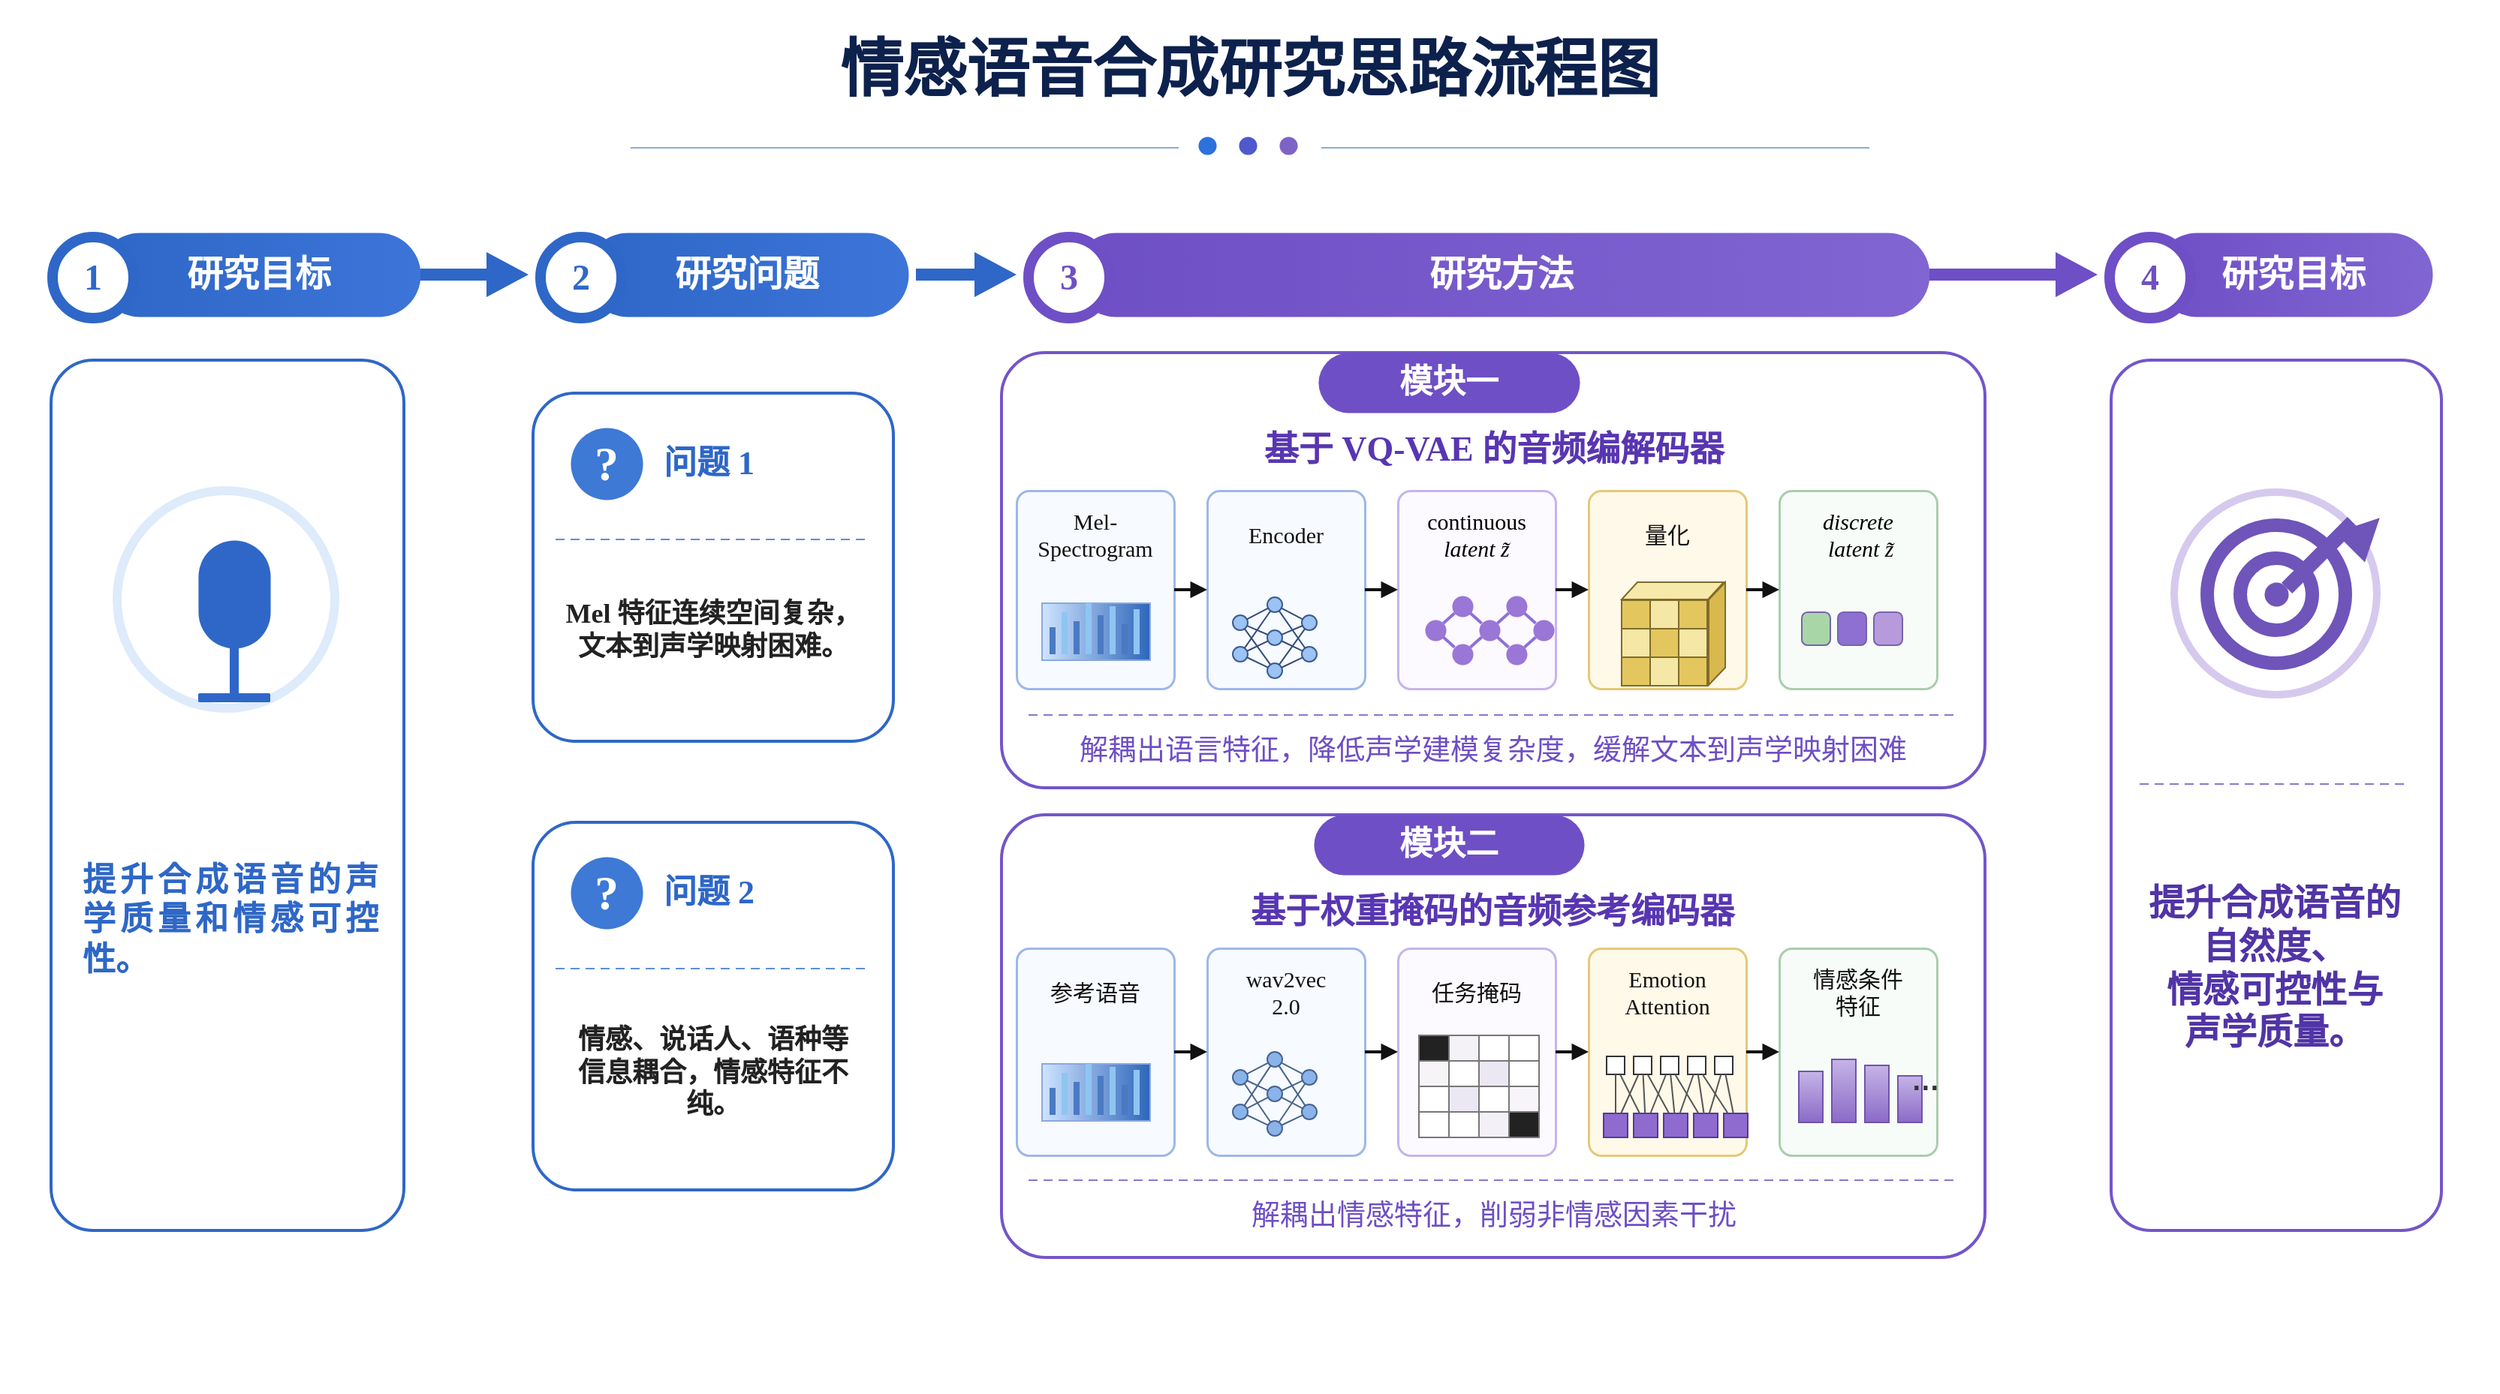
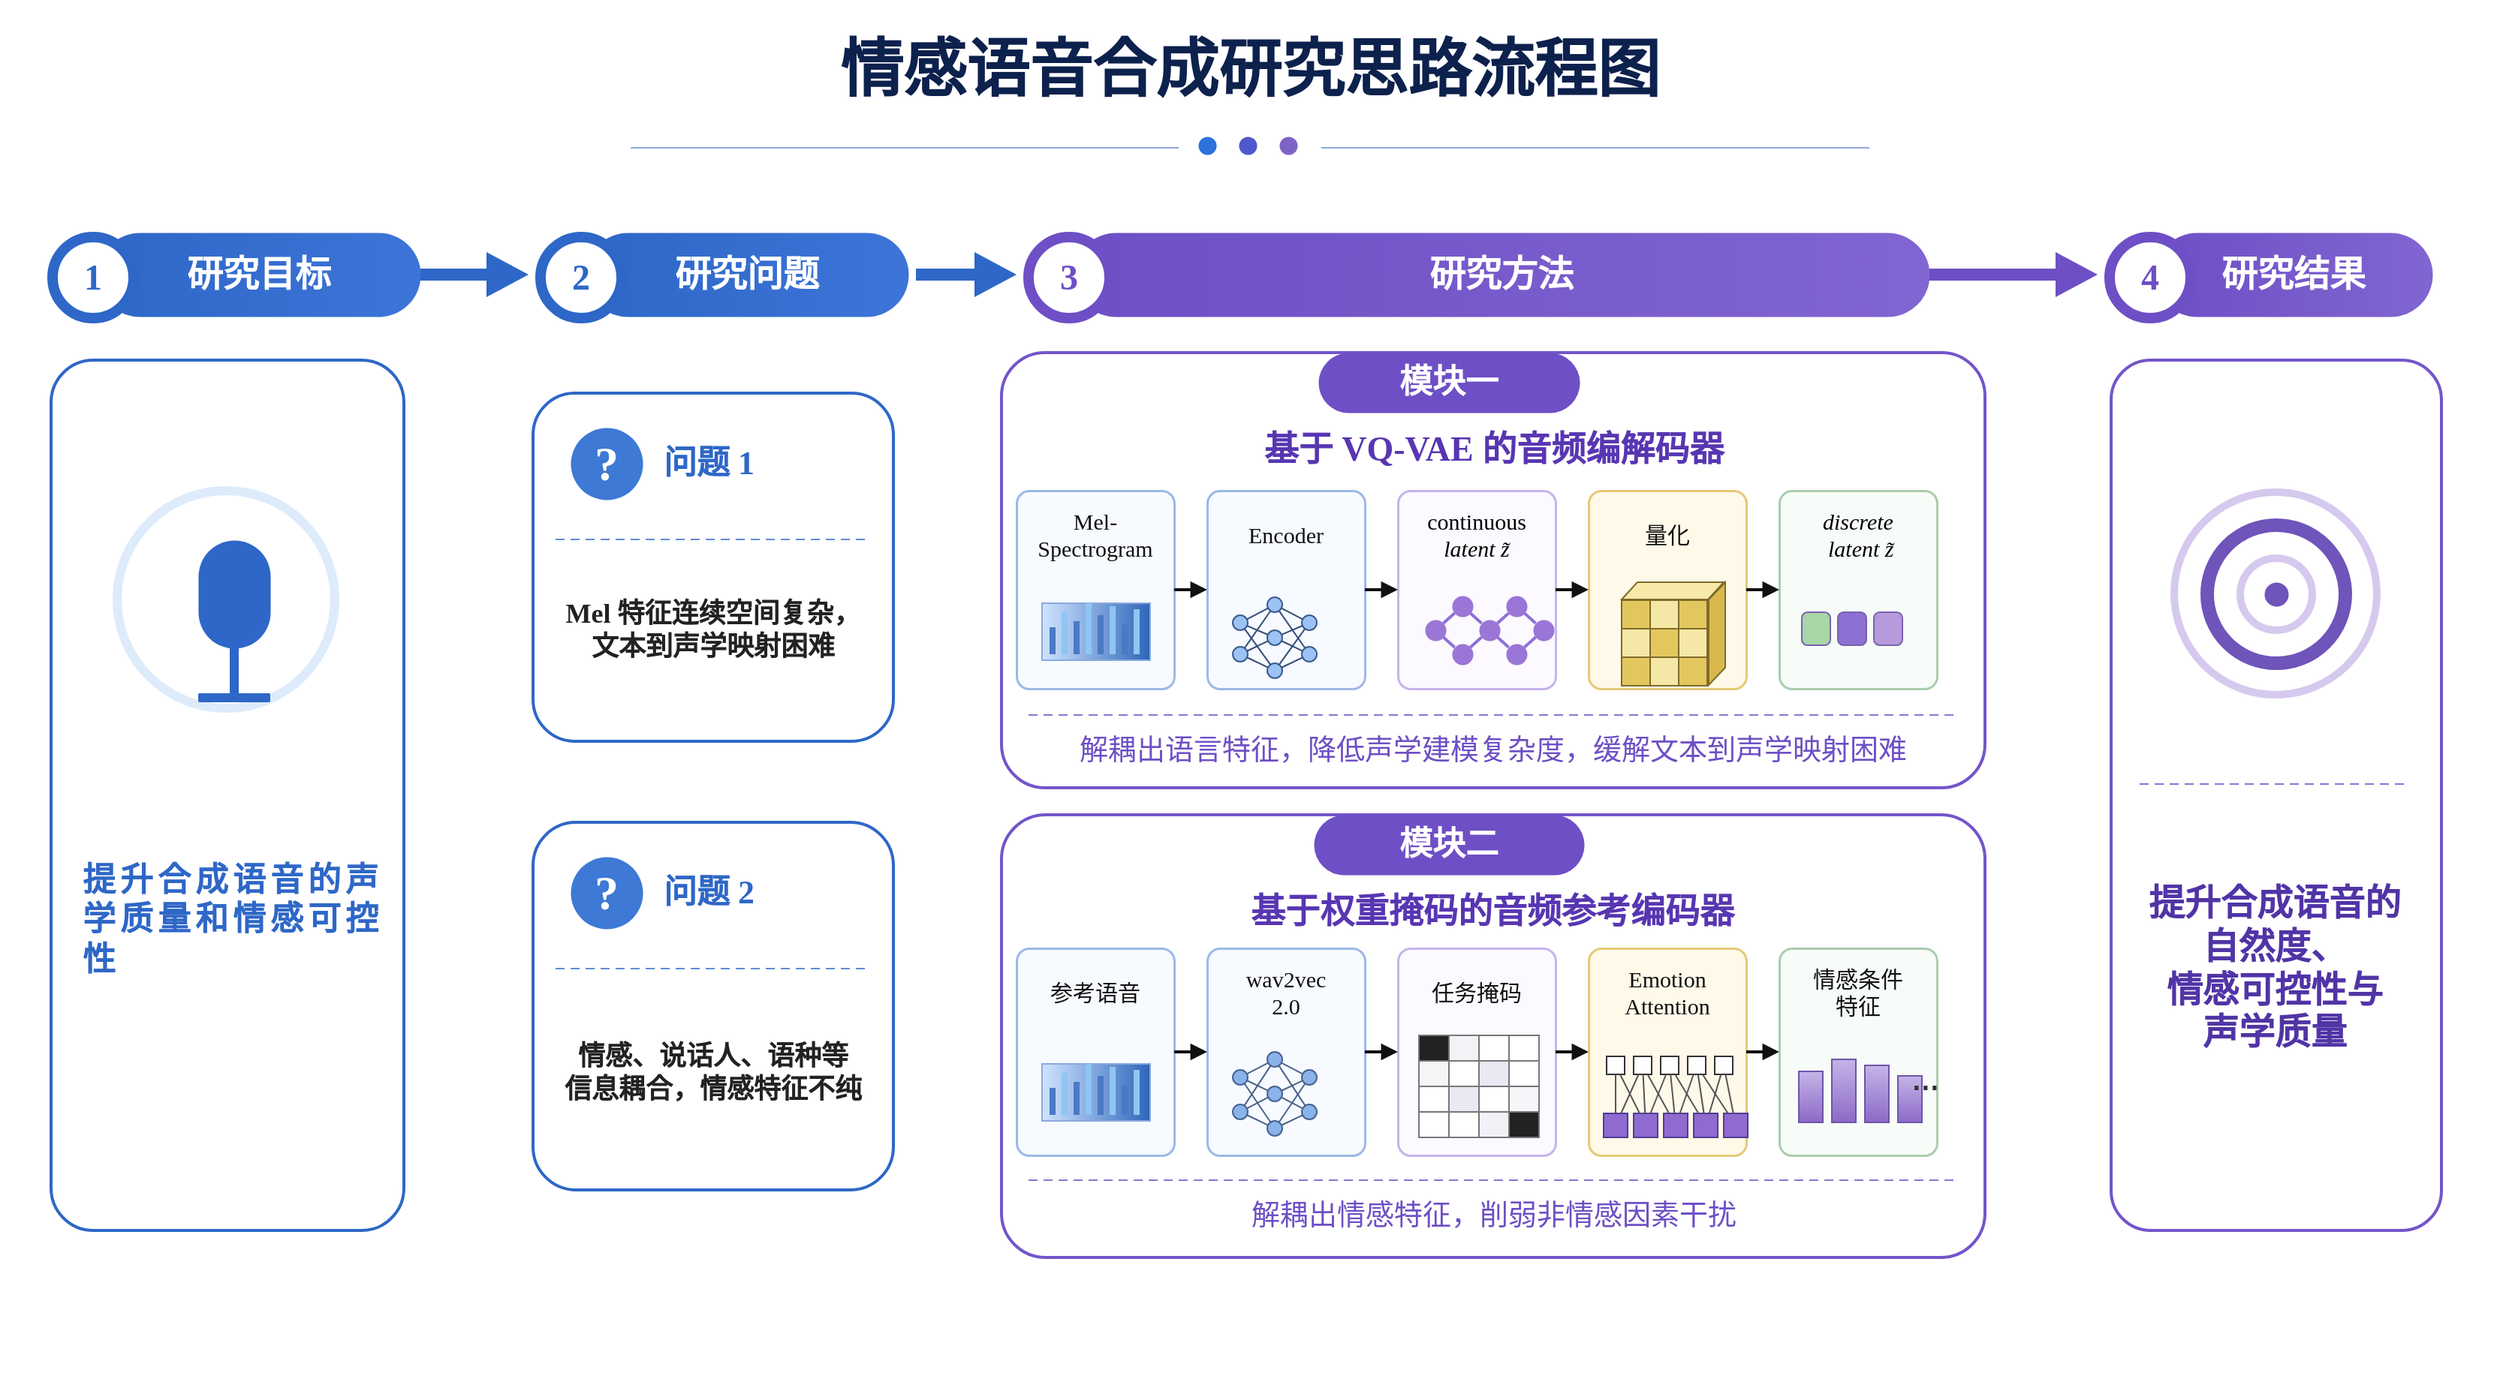
<mxfile host="app.diagrams.net">
  <diagram name="第 1 页" id="fVVEHDjkvuh4-jfM98xs">
    <mxGraphModel dx="1717" dy="1070" grid="1" gridSize="1" guides="1" tooltips="1" connect="1" arrows="1" fold="1" page="1" pageScale="1" pageWidth="1664" pageHeight="928" math="1" shadow="0">
      <root>
        <mxCell id="0" />
        <mxCell id="1" parent="0" />
        <mxCell id="v2" parent="1" style="shape=rect;fillColor=#FFFFFF;strokeColor=none;fontFamily=Comic Sans MS;" value="" vertex="1">
          <mxGeometry height="928" width="1664" as="geometry" />
        </mxCell>
        <mxCell id="v3" parent="1" style="text;html=1;whiteSpace=wrap;align=center;verticalAlign=middle;fontFamily=Comic Sans MS;fontSize=42;fontColor=#0D214D;fontStyle=1;spacing=0;" value="情感语音合成研究思路流程图" vertex="1">
          <mxGeometry height="58" width="885" x="390" y="18" as="geometry" />
        </mxCell>
        <mxCell id="v4" parent="1" style="shape=line;strokeColor=#90A8DA;strokeWidth=1;fontFamily=Comic Sans MS;" value="" vertex="1">
          <mxGeometry height="1" width="365" x="420" y="98" as="geometry" />
        </mxCell>
        <mxCell id="v5" parent="1" style="shape=line;strokeColor=#90A8DA;strokeWidth=1;fontFamily=Comic Sans MS;" value="" vertex="1">
          <mxGeometry height="1" width="365" x="880" y="98" as="geometry" />
        </mxCell>
        <mxCell id="v6" parent="1" style="ellipse;whiteSpace=wrap;html=1;fillColor=#2D71DD;strokeColor=#2D71DD;strokeWidth=0;fontFamily=Comic Sans MS;" value="" vertex="1">
          <mxGeometry height="12" width="12" x="798" y="91" as="geometry" />
        </mxCell>
        <mxCell id="v7" parent="1" style="ellipse;whiteSpace=wrap;html=1;fillColor=#4F58CD;strokeColor=#4F58CD;strokeWidth=0;fontFamily=Comic Sans MS;" value="" vertex="1">
          <mxGeometry height="12" width="12" x="825" y="91" as="geometry" />
        </mxCell>
        <mxCell id="v8" parent="1" style="ellipse;whiteSpace=wrap;html=1;fillColor=#7E63C7;strokeColor=#7E63C7;strokeWidth=0;fontFamily=Comic Sans MS;" value="" vertex="1">
          <mxGeometry height="12" width="12" x="852" y="91" as="geometry" />
        </mxCell>
        <mxCell id="v9" parent="1" style="rounded=1;arcSize=50;whiteSpace=wrap;html=1;fillColor=#2E67C7;strokeColor=none;strokeWidth=0;fontFamily=Comic Sans MS;gradientColor=#3D74D8;gradientDirection=east;fontSize=24;fontColor=#FFFFFF;fontStyle=1;align=center;verticalAlign=middle;" value="研究目标" vertex="1">
          <mxGeometry height="56" width="215" x="65" y="155" as="geometry" />
        </mxCell>
        <mxCell id="v10" parent="1" style="ellipse;whiteSpace=wrap;html=1;fillColor=#FFFFFF;strokeColor=#2E67C7;strokeWidth=7;fontFamily=Comic Sans MS;fontSize=24;fontColor=#2E67C7;fontStyle=1;align=center;verticalAlign=middle;" value="1" vertex="1">
          <mxGeometry height="54" width="54" x="35" y="158" as="geometry" />
        </mxCell>
        <mxCell id="v11" parent="1" style="rounded=1;arcSize=50;whiteSpace=wrap;html=1;fillColor=#2E67C7;strokeColor=none;strokeWidth=0;fontFamily=Comic Sans MS;gradientColor=#3D74D8;gradientDirection=east;fontSize=24;fontColor=#FFFFFF;fontStyle=1;align=center;verticalAlign=middle;" value="研究问题" vertex="1">
          <mxGeometry height="56" width="215" x="390" y="155" as="geometry" />
        </mxCell>
        <mxCell id="v12" parent="1" style="ellipse;whiteSpace=wrap;html=1;fillColor=#FFFFFF;strokeColor=#2E67C7;strokeWidth=7;fontFamily=Comic Sans MS;fontSize=24;fontColor=#2E67C7;fontStyle=1;align=center;verticalAlign=middle;" value="2" vertex="1">
          <mxGeometry height="54" width="54" x="360" y="158" as="geometry" />
        </mxCell>
        <mxCell id="v13" parent="1" style="rounded=1;arcSize=50;whiteSpace=wrap;html=1;fillColor=#6E4FC5;strokeColor=none;strokeWidth=0;fontFamily=Comic Sans MS;gradientColor=#8165D2;gradientDirection=east;fontSize=24;fontColor=#FFFFFF;fontStyle=1;align=center;verticalAlign=middle;" value="研究方法" vertex="1">
          <mxGeometry height="56" width="570" x="715" y="155" as="geometry" />
        </mxCell>
        <mxCell id="v14" parent="1" style="ellipse;whiteSpace=wrap;html=1;fillColor=#FFFFFF;strokeColor=#6E4FC5;strokeWidth=7;fontFamily=Comic Sans MS;fontSize=24;fontColor=#6E4FC5;fontStyle=1;align=center;verticalAlign=middle;" value="3" vertex="1">
          <mxGeometry height="54" width="54" x="685" y="158" as="geometry" />
        </mxCell>
-         <mxCell id="v15" parent="1" style="rounded=1;arcSize=50;whiteSpace=wrap;html=1;fillColor=#6E4FC5;strokeColor=none;strokeWidth=0;fontFamily=Comic Sans MS;gradientColor=#8165D2;gradientDirection=east;fontSize=24;fontColor=#FFFFFF;fontStyle=1;align=center;verticalAlign=middle;" value="研究目标" vertex="1">
+         <mxCell id="v15" parent="1" style="rounded=1;arcSize=50;whiteSpace=wrap;html=1;fillColor=#6E4FC5;strokeColor=none;strokeWidth=0;fontFamily=Comic Sans MS;gradientColor=#8165D2;gradientDirection=east;fontSize=24;fontColor=#FFFFFF;fontStyle=1;align=center;verticalAlign=middle;" value="研究结果" vertex="1">
          <mxGeometry height="56" width="185" x="1435" y="155" as="geometry" />
        </mxCell>
        <mxCell id="v16" parent="1" style="ellipse;whiteSpace=wrap;html=1;fillColor=#FFFFFF;strokeColor=#6E4FC5;strokeWidth=7;fontFamily=Comic Sans MS;fontSize=24;fontColor=#6E4FC5;fontStyle=1;align=center;verticalAlign=middle;" value="4" vertex="1">
          <mxGeometry height="54" width="54" x="1405" y="158" as="geometry" />
        </mxCell>
        <mxCell id="v17" parent="1" style="shape=rect;fillColor=#2E67C7;strokeColor=none;fontFamily=Comic Sans MS;" value="" vertex="1">
          <mxGeometry height="8" width="52" x="280" y="179" as="geometry" />
        </mxCell>
        <mxCell id="v18" parent="1" style="shape=triangle;direction=east;fillColor=#2E67C7;strokeColor=none;fontFamily=Comic Sans MS;" value="" vertex="1">
          <mxGeometry height="30" width="28" x="324" y="168" as="geometry" />
        </mxCell>
        <mxCell id="v19" parent="1" style="shape=rect;fillColor=#2E67C7;strokeColor=none;fontFamily=Comic Sans MS;" value="" vertex="1">
          <mxGeometry height="8" width="47" x="610" y="179" as="geometry" />
        </mxCell>
        <mxCell id="v20" parent="1" style="shape=triangle;direction=east;fillColor=#2E67C7;strokeColor=none;fontFamily=Comic Sans MS;" value="" vertex="1">
          <mxGeometry height="30" width="28" x="649" y="168" as="geometry" />
        </mxCell>
        <mxCell id="v21" parent="1" style="shape=rect;fillColor=#6E4FC5;strokeColor=none;fontFamily=Comic Sans MS;" value="" vertex="1">
          <mxGeometry height="8" width="92" x="1285" y="179" as="geometry" />
        </mxCell>
        <mxCell id="v22" parent="1" style="shape=triangle;direction=east;fillColor=#6E4FC5;strokeColor=none;fontFamily=Comic Sans MS;" value="" vertex="1">
          <mxGeometry height="30" width="28" x="1369" y="168" as="geometry" />
        </mxCell>
        <mxCell id="v23" parent="1" style="rounded=1;arcSize=12;whiteSpace=wrap;html=1;fillColor=#FFFFFF;strokeColor=#2E67C7;strokeWidth=2;fontFamily=Comic Sans MS;" value="" vertex="1">
          <mxGeometry height="580" width="235" x="34" y="240" as="geometry" />
        </mxCell>
        <mxCell id="v24" parent="1" style="rounded=1;arcSize=12;whiteSpace=wrap;html=1;fillColor=#FFFFFF;strokeColor=#2E67C7;strokeWidth=2;fontFamily=Comic Sans MS;" value="" vertex="1">
          <mxGeometry height="232" width="240" x="355" y="262" as="geometry" />
        </mxCell>
        <mxCell id="v25" parent="1" style="rounded=1;arcSize=12;whiteSpace=wrap;html=1;fillColor=#FFFFFF;strokeColor=#2E67C7;strokeWidth=2;fontFamily=Comic Sans MS;" value="" vertex="1">
          <mxGeometry height="245" width="240" x="355" y="548" as="geometry" />
        </mxCell>
        <mxCell id="v26" parent="1" style="rounded=1;arcSize=10;whiteSpace=wrap;html=1;fillColor=#FFFFFF;strokeColor=#7355CA;strokeWidth=2;fontFamily=Comic Sans MS;" value="" vertex="1">
          <mxGeometry height="290" width="655" x="667" y="235" as="geometry" />
        </mxCell>
        <mxCell id="v27" parent="1" style="rounded=1;arcSize=10;whiteSpace=wrap;html=1;fillColor=#FFFFFF;strokeColor=#7355CA;strokeWidth=2;fontFamily=Comic Sans MS;" value="" vertex="1">
          <mxGeometry height="295" width="655" x="667" y="543" as="geometry" />
        </mxCell>
        <mxCell id="v28" parent="1" style="rounded=1;arcSize=12;whiteSpace=wrap;html=1;fillColor=#FFFFFF;strokeColor=#7355CA;strokeWidth=2;fontFamily=Comic Sans MS;" value="" vertex="1">
          <mxGeometry height="580" width="220" x="1406" y="240" as="geometry" />
        </mxCell>
        <mxCell id="v29" parent="1" style="ellipse;whiteSpace=wrap;html=1;fillColor=#FFFFFF;strokeColor=#DDEBFA;strokeWidth=6;fontFamily=Comic Sans MS;" value="" vertex="1">
          <mxGeometry height="145" width="145" x="78" y="327" as="geometry" />
        </mxCell>
        <mxCell id="v30" parent="1" style="rounded=1;arcSize=50;whiteSpace=wrap;html=1;fillColor=#2E67C7;strokeColor=#2E67C7;strokeWidth=0;fontFamily=Comic Sans MS;" value="" vertex="1">
          <mxGeometry height="72" width="48" x="132" y="360" as="geometry" />
        </mxCell>
        <mxCell id="v31" parent="1" style="shape=mxgraph.basic.arc;startAngle=180;endAngle=360;fillColor=none;strokeColor=#2E67C7;strokeWidth=5;fontFamily=Comic Sans MS;" value="" vertex="1">
          <mxGeometry height="58" width="70" x="121" y="388" as="geometry" />
        </mxCell>
        <mxCell id="v32" parent="1" style="shape=rect;fillColor=#2E67C7;strokeColor=none;fontFamily=Comic Sans MS;" value="" vertex="1">
          <mxGeometry height="34" width="6" x="153" y="431" as="geometry" />
        </mxCell>
        <mxCell id="v33" parent="1" style="shape=rect;fillColor=#2E67C7;strokeColor=none;rounded=1;fontFamily=Comic Sans MS;" value="" vertex="1">
          <mxGeometry height="6" width="48" x="132" y="462" as="geometry" />
        </mxCell>
        <mxCell id="v34" parent="1" style="shape=mxgraph.basic.arc;startAngle=90;endAngle=270;direction=west;fillColor=none;strokeColor=#2E67C7;strokeWidth=4;fontFamily=Comic Sans MS;" value="" vertex="1">
          <mxGeometry height="38" width="18" x="90" y="380" as="geometry" />
        </mxCell>
        <mxCell id="v35" parent="1" style="shape=mxgraph.basic.arc;startAngle=90;endAngle=270;direction=west;fillColor=none;strokeColor=#2E67C7;strokeWidth=4;fontFamily=Comic Sans MS;" value="" vertex="1">
          <mxGeometry height="54" width="28" x="82" y="372" as="geometry" />
        </mxCell>
        <mxCell id="v36" parent="1" style="shape=mxgraph.basic.arc;startAngle=90;endAngle=270;direction=east;fillColor=none;strokeColor=#2E67C7;strokeWidth=4;fontFamily=Comic Sans MS;" value="" vertex="1">
          <mxGeometry height="38" width="18" x="193" y="380" as="geometry" />
        </mxCell>
        <mxCell id="v37" parent="1" style="shape=mxgraph.basic.arc;startAngle=90;endAngle=270;direction=east;fillColor=none;strokeColor=#2E67C7;strokeWidth=4;fontFamily=Comic Sans MS;" value="" vertex="1">
          <mxGeometry height="54" width="28" x="192" y="372" as="geometry" />
        </mxCell>
-         <mxCell id="v38" parent="1" style="text;html=1;whiteSpace=wrap;align=left;verticalAlign=middle;fontFamily=Comic Sans MS;fontSize=22;fontColor=#111111;fontStyle=0;spacing=0;" value="&lt;div style=&quot;text-align: justify;&quot;&gt;&lt;b style=&quot;background-color: transparent; color: light-dark(rgb(46, 103, 199), rgb(237, 237, 237));&quot;&gt;提升合成语音的声学质量和情感可控性。&lt;/b&gt;&lt;/div&gt;" vertex="1">
+         <mxCell id="v38" parent="1" style="text;html=1;whiteSpace=wrap;align=left;verticalAlign=middle;fontFamily=Comic Sans MS;fontSize=22;fontColor=#111111;fontStyle=0;spacing=0;" value="&lt;div style=&quot;text-align: justify;&quot;&gt;&lt;b style=&quot;background-color: transparent; color: light-dark(rgb(46, 103, 199), rgb(237, 237, 237));&quot;&gt;提升合成语音的声学质量和情感可控性&lt;/b&gt;&lt;/div&gt;" vertex="1">
          <mxGeometry height="225" width="195" x="55" y="500" as="geometry" />
        </mxCell>
        <mxCell id="v39" parent="1" style="ellipse;whiteSpace=wrap;html=1;fillColor=#3D79D5;strokeColor=#3D79D5;strokeWidth=0;fontFamily=Comic Sans MS;fontSize=32;fontColor=#FFFFFF;fontStyle=1;align=center;verticalAlign=middle;" value="?" vertex="1">
          <mxGeometry height="48" width="48" x="380" y="285" as="geometry" />
        </mxCell>
        <mxCell id="v40" parent="1" style="text;html=1;whiteSpace=wrap;align=left;verticalAlign=middle;fontFamily=Comic Sans MS;fontSize=22;fontColor=#2E67C7;fontStyle=1;spacing=0;" value="问题 1" vertex="1">
          <mxGeometry height="44" width="120" x="442" y="287" as="geometry" />
        </mxCell>
        <mxCell id="v41" parent="1" style="shape=line;strokeColor=#5F8DD6;strokeWidth=1;dashed=1;dashPattern=6 4;fontFamily=Comic Sans MS;" value="" vertex="1">
          <mxGeometry height="1" width="210" x="370" y="359" as="geometry" />
        </mxCell>
        <mxCell id="v42" parent="1" style="ellipse;whiteSpace=wrap;html=1;fillColor=#3D79D5;strokeColor=#3D79D5;strokeWidth=0;fontFamily=Comic Sans MS;fontSize=32;fontColor=#FFFFFF;fontStyle=1;align=center;verticalAlign=middle;" value="?" vertex="1">
          <mxGeometry height="48" width="48" x="380" y="571" as="geometry" />
        </mxCell>
        <mxCell id="v43" parent="1" style="text;html=1;whiteSpace=wrap;align=left;verticalAlign=middle;fontFamily=Comic Sans MS;fontSize=22;fontColor=#2E67C7;fontStyle=1;spacing=0;" value="问题 2" vertex="1">
          <mxGeometry height="44" width="120" x="442" y="573" as="geometry" />
        </mxCell>
        <mxCell id="v44" parent="1" style="shape=line;strokeColor=#5F8DD6;strokeWidth=1;dashed=1;dashPattern=6 4;fontFamily=Comic Sans MS;" value="" vertex="1">
          <mxGeometry height="1" width="210" x="370" y="645" as="geometry" />
        </mxCell>
-         <mxCell id="v45" parent="1" style="text;html=1;whiteSpace=wrap;align=center;verticalAlign=middle;fontFamily=Comic Sans MS;fontSize=18;fontColor=#222222;fontStyle=0;spacing=0;" value="&lt;b&gt;Mel 特征连续空间复杂，&lt;br&gt;文本到声学映射困难。&lt;/b&gt;" vertex="1">
+         <mxCell id="v45" parent="1" style="text;html=1;whiteSpace=wrap;align=center;verticalAlign=middle;fontFamily=Comic Sans MS;fontSize=18;fontColor=#222222;fontStyle=0;spacing=0;" value="&lt;b&gt;Mel 特征连续空间复杂，&lt;br&gt;文本到声学映射困难&lt;/b&gt;" vertex="1">
          <mxGeometry height="110" width="210" x="370" y="365" as="geometry" />
        </mxCell>
-         <mxCell id="v46" parent="1" style="text;html=1;whiteSpace=wrap;align=center;verticalAlign=middle;fontFamily=Comic Sans MS;fontSize=18;fontColor=#222222;fontStyle=0;spacing=0;" value="&lt;b&gt;情感、说话人、语种等&lt;br&gt;信息耦合，情感特征不纯。&lt;/b&gt;" vertex="1">
+         <mxCell id="v46" parent="1" style="text;html=1;whiteSpace=wrap;align=center;verticalAlign=middle;fontFamily=Comic Sans MS;fontSize=18;fontColor=#222222;fontStyle=0;spacing=0;" value="&lt;b&gt;情感、说话人、语种等&lt;br&gt;信息耦合，情感特征不纯&lt;/b&gt;" vertex="1">
          <mxGeometry height="115" width="210" x="370" y="657" as="geometry" />
        </mxCell>
        <mxCell id="e47" edge="1" parent="1" style="edgeStyle=orthogonalEdgeStyle;rounded=0;html=1;strokeColor=#3B72CA;strokeWidth=3;dashed=1;dashPattern=6 4;endArrow=block;endFill=1;" value="">
          <mxGeometry relative="1" as="geometry">
            <Array as="points">
              <mxPoint x="278" y="510" />
              <mxPoint x="310" y="510" />
              <mxPoint x="310" y="378" />
              <mxPoint x="350" y="378" />
            </Array>
          </mxGeometry>
        </mxCell>
        <mxCell id="e48" edge="1" parent="1" style="edgeStyle=orthogonalEdgeStyle;rounded=0;html=1;strokeColor=#3B72CA;strokeWidth=3;dashed=1;dashPattern=6 4;endArrow=block;endFill=1;" value="">
          <mxGeometry relative="1" as="geometry">
            <Array as="points">
              <mxPoint x="278" y="510" />
              <mxPoint x="310" y="510" />
              <mxPoint x="310" y="670" />
              <mxPoint x="350" y="670" />
            </Array>
          </mxGeometry>
        </mxCell>
        <mxCell id="e49" edge="1" parent="1" style="edgeStyle=orthogonalEdgeStyle;rounded=0;html=1;strokeColor=#6E4FC5;strokeWidth=3;dashed=1;dashPattern=6 4;endArrow=block;endFill=1;" value="">
          <mxGeometry relative="1" as="geometry">
            <Array as="points">
              <mxPoint x="595" y="378" />
              <mxPoint x="625" y="378" />
              <mxPoint x="625" y="356" />
              <mxPoint x="665" y="356" />
            </Array>
          </mxGeometry>
        </mxCell>
        <mxCell id="e50" edge="1" parent="1" style="edgeStyle=orthogonalEdgeStyle;rounded=0;html=1;strokeColor=#6E4FC5;strokeWidth=3;dashed=1;dashPattern=6 4;endArrow=block;endFill=1;" value="">
          <mxGeometry relative="1" as="geometry">
            <Array as="points">
              <mxPoint x="595" y="670" />
              <mxPoint x="625" y="670" />
              <mxPoint x="625" y="695" />
              <mxPoint x="665" y="695" />
            </Array>
          </mxGeometry>
        </mxCell>
        <mxCell id="v51" parent="1" style="rounded=1;arcSize=50;whiteSpace=wrap;html=1;fillColor=#6E4FC5;strokeColor=#6E4FC5;strokeWidth=0;fontFamily=Comic Sans MS;fontSize=22;fontColor=#FFFFFF;fontStyle=1;align=center;verticalAlign=middle;" value="模块一" vertex="1">
          <mxGeometry height="40" width="174" x="878" y="235" as="geometry" />
        </mxCell>
        <mxCell id="v52" parent="1" style="rounded=1;arcSize=50;whiteSpace=wrap;html=1;fillColor=#6E4FC5;strokeColor=#6E4FC5;strokeWidth=0;fontFamily=Comic Sans MS;fontSize=22;fontColor=#FFFFFF;fontStyle=1;align=center;verticalAlign=middle;" value="模块二" vertex="1">
          <mxGeometry height="40" width="180" x="875" y="543" as="geometry" />
        </mxCell>
        <mxCell id="v53" parent="1" style="text;html=1;whiteSpace=wrap;align=center;verticalAlign=middle;fontFamily=Comic Sans MS;fontSize=23;fontColor=#5836B2;fontStyle=1;spacing=0;" value="基于 VQ-VAE 的音频编解码器" vertex="1">
          <mxGeometry height="38" width="520" x="735" y="280" as="geometry" />
        </mxCell>
        <mxCell id="v54" parent="1" style="text;html=1;whiteSpace=wrap;align=center;verticalAlign=middle;fontFamily=Comic Sans MS;fontSize=23;fontColor=#5836B2;fontStyle=1;spacing=0;" value="基于权重掩码的音频参考编码器" vertex="1">
          <mxGeometry height="38" width="580" x="704" y="588" as="geometry" />
        </mxCell>
        <mxCell id="v55" parent="1" style="rounded=1;arcSize=8;whiteSpace=wrap;html=1;fillColor=#F7FAFF;strokeColor=#9DB8E7;strokeWidth=1.5;fontFamily=Comic Sans MS;" value="" vertex="1">
          <mxGeometry height="132" width="105" x="677" y="327" as="geometry" />
        </mxCell>
        <mxCell id="v56" parent="1" style="text;html=1;whiteSpace=wrap;align=center;verticalAlign=middle;fontFamily=Comic Sans MS;fontSize=15;fontColor=#111111;fontStyle=0;spacing=0;" value="Mel-&lt;br&gt;Spectrogram" vertex="1">
          <mxGeometry height="42" width="95" x="682" y="335" as="geometry" />
        </mxCell>
        <mxCell id="v57" parent="1" style="rounded=1;arcSize=8;whiteSpace=wrap;html=1;fillColor=#F7FAFF;strokeColor=#9DB8E7;strokeWidth=1.5;fontFamily=Comic Sans MS;" value="" vertex="1">
          <mxGeometry height="132" width="105" x="804" y="327" as="geometry" />
        </mxCell>
        <mxCell id="v58" parent="1" style="text;html=1;whiteSpace=wrap;align=center;verticalAlign=middle;fontFamily=Comic Sans MS;fontSize=15;fontColor=#111111;fontStyle=0;spacing=0;" value="Encoder" vertex="1">
          <mxGeometry height="42" width="95" x="809" y="335" as="geometry" />
        </mxCell>
        <mxCell id="v59" parent="1" style="rounded=1;arcSize=8;whiteSpace=wrap;html=1;fillColor=#FCF9FF;strokeColor=#C5B4EC;strokeWidth=1.5;fontFamily=Comic Sans MS;" value="" vertex="1">
          <mxGeometry height="132" width="105" x="931" y="327" as="geometry" />
        </mxCell>
        <mxCell id="v60" parent="1" style="text;html=1;whiteSpace=wrap;align=center;verticalAlign=middle;fontFamily=Comic Sans MS;fontSize=15;fontColor=#111111;fontStyle=0;spacing=0;" value="&lt;font&gt;&lt;span style=&quot;text-align: left; white-space: nowrap; color: rgb(0, 0, 0);&quot;&gt;continuous&lt;/span&gt;&lt;/font&gt;&lt;div&gt;&lt;font&gt;&lt;i style=&quot;text-align: left; white-space: nowrap; color: rgb(0, 0, 0);&quot;&gt; latent &lt;span&gt;z̃&lt;/span&gt;&lt;/i&gt;&lt;/font&gt;&lt;/div&gt;" vertex="1">
          <mxGeometry height="42" width="95" x="936" y="335" as="geometry" />
        </mxCell>
        <mxCell id="v61" parent="1" style="rounded=1;arcSize=8;whiteSpace=wrap;html=1;fillColor=#FFF9E9;strokeColor=#E5C976;strokeWidth=1.5;fontFamily=Comic Sans MS;" value="" vertex="1">
          <mxGeometry height="132" width="105" x="1058" y="327" as="geometry" />
        </mxCell>
        <mxCell id="v62" parent="1" style="text;html=1;whiteSpace=wrap;align=center;verticalAlign=middle;fontFamily=Comic Sans MS;fontSize=15;fontColor=#111111;fontStyle=0;spacing=0;" value="量化" vertex="1">
          <mxGeometry height="42" width="95" x="1063" y="335" as="geometry" />
        </mxCell>
        <mxCell id="v63" parent="1" style="rounded=1;arcSize=8;whiteSpace=wrap;html=1;fillColor=#F7FCF8;strokeColor=#AACDAE;strokeWidth=1.5;fontFamily=Comic Sans MS;" value="" vertex="1">
          <mxGeometry height="132" width="105" x="1185" y="327" as="geometry" />
        </mxCell>
        <mxCell id="v64" parent="1" style="text;html=1;whiteSpace=wrap;align=center;verticalAlign=middle;fontFamily=Comic Sans MS;fontSize=15;fontColor=#111111;fontStyle=0;spacing=0;" value="&lt;i style=&quot;text-align: left; white-space: nowrap;&quot;&gt;&lt;font style=&quot;color: rgb(0, 0, 0);&quot;&gt;discrete&lt;/font&gt;&lt;/i&gt;&lt;div&gt;&lt;i style=&quot;text-align: left; white-space: nowrap;&quot;&gt;&lt;font style=&quot;color: rgb(0, 0, 0);&quot;&gt;&amp;nbsp;latent &lt;span&gt;z̃&lt;/span&gt;&lt;/font&gt;&lt;/i&gt;&lt;/div&gt;" vertex="1">
          <mxGeometry height="42" width="95" x="1190" y="335" as="geometry" />
        </mxCell>
        <mxCell id="e65" edge="1" parent="1" source="v55" style="edgeStyle=orthogonalEdgeStyle;rounded=0;html=1;strokeColor=#111111;strokeWidth=2;endArrow=block;endFill=1;fontFamily=Comic Sans MS;" target="v57" value="">
          <mxGeometry relative="1" as="geometry" />
        </mxCell>
        <mxCell id="e66" edge="1" parent="1" source="v57" style="edgeStyle=orthogonalEdgeStyle;rounded=0;html=1;strokeColor=#111111;strokeWidth=2;endArrow=block;endFill=1;fontFamily=Comic Sans MS;" target="v59" value="">
          <mxGeometry relative="1" as="geometry" />
        </mxCell>
        <mxCell id="e67" edge="1" parent="1" source="v59" style="edgeStyle=orthogonalEdgeStyle;rounded=0;html=1;strokeColor=#111111;strokeWidth=2;endArrow=block;endFill=1;fontFamily=Comic Sans MS;" target="v61" value="">
          <mxGeometry relative="1" as="geometry" />
        </mxCell>
        <mxCell id="e68" edge="1" parent="1" source="v61" style="edgeStyle=orthogonalEdgeStyle;rounded=0;html=1;strokeColor=#111111;strokeWidth=2;endArrow=block;endFill=1;fontFamily=Comic Sans MS;" target="v63" value="">
          <mxGeometry relative="1" as="geometry" />
        </mxCell>
        <mxCell id="v78" parent="1" style="ellipse;whiteSpace=wrap;html=1;fillColor=#9DC3F4;strokeColor=#3B5C91;strokeWidth=1;fontFamily=Comic Sans MS;" value="" vertex="1">
          <mxGeometry height="10" width="10" x="821" y="410" as="geometry" />
        </mxCell>
        <mxCell id="v79" parent="1" style="ellipse;whiteSpace=wrap;html=1;fillColor=#9DC3F4;strokeColor=#3B5C91;strokeWidth=1;fontFamily=Comic Sans MS;" value="" vertex="1">
          <mxGeometry height="10" width="10" x="821" y="431" as="geometry" />
        </mxCell>
        <mxCell id="v80" parent="1" style="ellipse;whiteSpace=wrap;html=1;fillColor=#9DC3F4;strokeColor=#3B5C91;strokeWidth=1;fontFamily=Comic Sans MS;" value="" vertex="1">
          <mxGeometry height="10" width="10" x="844" y="398" as="geometry" />
        </mxCell>
        <mxCell id="v81" parent="1" style="ellipse;whiteSpace=wrap;html=1;fillColor=#9DC3F4;strokeColor=#3B5C91;strokeWidth=1;fontFamily=Comic Sans MS;" value="" vertex="1">
          <mxGeometry height="10" width="10" x="844" y="420" as="geometry" />
        </mxCell>
        <mxCell id="v82" parent="1" style="ellipse;whiteSpace=wrap;html=1;fillColor=#9DC3F4;strokeColor=#3B5C91;strokeWidth=1;fontFamily=Comic Sans MS;" value="" vertex="1">
          <mxGeometry height="10" width="10" x="844" y="442" as="geometry" />
        </mxCell>
        <mxCell id="v83" parent="1" style="ellipse;whiteSpace=wrap;html=1;fillColor=#9DC3F4;strokeColor=#3B5C91;strokeWidth=1;fontFamily=Comic Sans MS;" value="" vertex="1">
          <mxGeometry height="10" width="10" x="867" y="410" as="geometry" />
        </mxCell>
        <mxCell id="v84" parent="1" style="ellipse;whiteSpace=wrap;html=1;fillColor=#9DC3F4;strokeColor=#3B5C91;strokeWidth=1;fontFamily=Comic Sans MS;" value="" vertex="1">
          <mxGeometry height="10" width="10" x="867" y="431" as="geometry" />
        </mxCell>
        <mxCell id="e85" edge="1" parent="1" source="v78" style="edgeStyle=none;html=1;strokeColor=#344D78;strokeWidth=1;endArrow=none;fontFamily=Comic Sans MS;" target="v80" value="">
          <mxGeometry relative="1" as="geometry" />
        </mxCell>
        <mxCell id="e86" edge="1" parent="1" source="v78" style="edgeStyle=none;html=1;strokeColor=#344D78;strokeWidth=1;endArrow=none;fontFamily=Comic Sans MS;" target="v81" value="">
          <mxGeometry relative="1" as="geometry" />
        </mxCell>
        <mxCell id="e87" edge="1" parent="1" source="v78" style="edgeStyle=none;html=1;strokeColor=#344D78;strokeWidth=1;endArrow=none;fontFamily=Comic Sans MS;" target="v82" value="">
          <mxGeometry relative="1" as="geometry" />
        </mxCell>
        <mxCell id="e88" edge="1" parent="1" source="v79" style="edgeStyle=none;html=1;strokeColor=#344D78;strokeWidth=1;endArrow=none;fontFamily=Comic Sans MS;" target="v80" value="">
          <mxGeometry relative="1" as="geometry" />
        </mxCell>
        <mxCell id="e89" edge="1" parent="1" source="v79" style="edgeStyle=none;html=1;strokeColor=#344D78;strokeWidth=1;endArrow=none;fontFamily=Comic Sans MS;" target="v81" value="">
          <mxGeometry relative="1" as="geometry" />
        </mxCell>
        <mxCell id="e90" edge="1" parent="1" source="v79" style="edgeStyle=none;html=1;strokeColor=#344D78;strokeWidth=1;endArrow=none;fontFamily=Comic Sans MS;" target="v82" value="">
          <mxGeometry relative="1" as="geometry" />
        </mxCell>
        <mxCell id="e91" edge="1" parent="1" source="v80" style="edgeStyle=none;html=1;strokeColor=#344D78;strokeWidth=1;endArrow=none;fontFamily=Comic Sans MS;" target="v83" value="">
          <mxGeometry relative="1" as="geometry" />
        </mxCell>
        <mxCell id="e92" edge="1" parent="1" source="v80" style="edgeStyle=none;html=1;strokeColor=#344D78;strokeWidth=1;endArrow=none;fontFamily=Comic Sans MS;" target="v84" value="">
          <mxGeometry relative="1" as="geometry" />
        </mxCell>
        <mxCell id="e93" edge="1" parent="1" source="v81" style="edgeStyle=none;html=1;strokeColor=#344D78;strokeWidth=1;endArrow=none;fontFamily=Comic Sans MS;" target="v83" value="">
          <mxGeometry relative="1" as="geometry" />
        </mxCell>
        <mxCell id="e94" edge="1" parent="1" source="v81" style="edgeStyle=none;html=1;strokeColor=#344D78;strokeWidth=1;endArrow=none;fontFamily=Comic Sans MS;" target="v84" value="">
          <mxGeometry relative="1" as="geometry" />
        </mxCell>
        <mxCell id="e95" edge="1" parent="1" source="v82" style="edgeStyle=none;html=1;strokeColor=#344D78;strokeWidth=1;endArrow=none;fontFamily=Comic Sans MS;" target="v83" value="">
          <mxGeometry relative="1" as="geometry" />
        </mxCell>
        <mxCell id="e96" edge="1" parent="1" source="v82" style="edgeStyle=none;html=1;strokeColor=#344D78;strokeWidth=1;endArrow=none;fontFamily=Comic Sans MS;" target="v84" value="">
          <mxGeometry relative="1" as="geometry" />
        </mxCell>
        <mxCell id="v97" parent="1" style="ellipse;whiteSpace=wrap;html=1;fillColor=#9A76D6;strokeColor=#9A76D6;strokeWidth=0;fontFamily=Comic Sans MS;" value="" vertex="1">
          <mxGeometry height="14" width="14" x="949" y="413" as="geometry" />
        </mxCell>
        <mxCell id="v98" parent="1" style="ellipse;whiteSpace=wrap;html=1;fillColor=#9A76D6;strokeColor=#9A76D6;strokeWidth=0;fontFamily=Comic Sans MS;" value="" vertex="1">
          <mxGeometry height="14" width="14" x="967" y="397" as="geometry" />
        </mxCell>
        <mxCell id="v99" parent="1" style="ellipse;whiteSpace=wrap;html=1;fillColor=#9A76D6;strokeColor=#9A76D6;strokeWidth=0;fontFamily=Comic Sans MS;" value="" vertex="1">
          <mxGeometry height="14" width="14" x="967" y="429" as="geometry" />
        </mxCell>
        <mxCell id="v100" parent="1" style="ellipse;whiteSpace=wrap;html=1;fillColor=#9A76D6;strokeColor=#9A76D6;strokeWidth=0;fontFamily=Comic Sans MS;" value="" vertex="1">
          <mxGeometry height="14" width="14" x="985" y="413" as="geometry" />
        </mxCell>
        <mxCell id="v101" parent="1" style="ellipse;whiteSpace=wrap;html=1;fillColor=#9A76D6;strokeColor=#9A76D6;strokeWidth=0;fontFamily=Comic Sans MS;" value="" vertex="1">
          <mxGeometry height="14" width="14" x="1003" y="397" as="geometry" />
        </mxCell>
        <mxCell id="v102" parent="1" style="ellipse;whiteSpace=wrap;html=1;fillColor=#9A76D6;strokeColor=#9A76D6;strokeWidth=0;fontFamily=Comic Sans MS;" value="" vertex="1">
          <mxGeometry height="14" width="14" x="1003" y="429" as="geometry" />
        </mxCell>
        <mxCell id="v103" parent="1" style="ellipse;whiteSpace=wrap;html=1;fillColor=#9A76D6;strokeColor=#9A76D6;strokeWidth=0;fontFamily=Comic Sans MS;" value="" vertex="1">
          <mxGeometry height="14" width="14" x="1021" y="413" as="geometry" />
        </mxCell>
        <mxCell id="e104" edge="1" parent="1" source="v97" style="edgeStyle=none;html=1;strokeColor=#8C71D7;strokeWidth=2;endArrow=none;fontFamily=Comic Sans MS;" target="v98" value="">
          <mxGeometry relative="1" as="geometry" />
        </mxCell>
        <mxCell id="e105" edge="1" parent="1" source="v97" style="edgeStyle=none;html=1;strokeColor=#8C71D7;strokeWidth=2;endArrow=none;fontFamily=Comic Sans MS;" target="v99" value="">
          <mxGeometry relative="1" as="geometry" />
        </mxCell>
        <mxCell id="e106" edge="1" parent="1" source="v98" style="edgeStyle=none;html=1;strokeColor=#8C71D7;strokeWidth=2;endArrow=none;fontFamily=Comic Sans MS;" target="v100" value="">
          <mxGeometry relative="1" as="geometry" />
        </mxCell>
        <mxCell id="e107" edge="1" parent="1" source="v99" style="edgeStyle=none;html=1;strokeColor=#8C71D7;strokeWidth=2;endArrow=none;fontFamily=Comic Sans MS;" target="v100" value="">
          <mxGeometry relative="1" as="geometry" />
        </mxCell>
        <mxCell id="e108" edge="1" parent="1" source="v100" style="edgeStyle=none;html=1;strokeColor=#8C71D7;strokeWidth=2;endArrow=none;fontFamily=Comic Sans MS;" target="v101" value="">
          <mxGeometry relative="1" as="geometry" />
        </mxCell>
        <mxCell id="e109" edge="1" parent="1" source="v100" style="edgeStyle=none;html=1;strokeColor=#8C71D7;strokeWidth=2;endArrow=none;fontFamily=Comic Sans MS;" target="v102" value="">
          <mxGeometry relative="1" as="geometry" />
        </mxCell>
        <mxCell id="e110" edge="1" parent="1" source="v101" style="edgeStyle=none;html=1;strokeColor=#8C71D7;strokeWidth=2;endArrow=none;fontFamily=Comic Sans MS;" target="v103" value="">
          <mxGeometry relative="1" as="geometry" />
        </mxCell>
        <mxCell id="e111" edge="1" parent="1" source="v102" style="edgeStyle=none;html=1;strokeColor=#8C71D7;strokeWidth=2;endArrow=none;fontFamily=Comic Sans MS;" target="v103" value="">
          <mxGeometry relative="1" as="geometry" />
        </mxCell>
        <mxCell id="v112" parent="1" style="shape=rect;fillColor=#E3C75E;strokeColor=#806B2A;strokeWidth=1;fontFamily=Comic Sans MS;" value="" vertex="1">
          <mxGeometry height="19" width="19" x="1080" y="400" as="geometry" />
        </mxCell>
        <mxCell id="v113" parent="1" style="shape=rect;fillColor=#F5E8A6;strokeColor=#806B2A;strokeWidth=1;fontFamily=Comic Sans MS;" value="" vertex="1">
          <mxGeometry height="19" width="19" x="1099" y="400" as="geometry" />
        </mxCell>
        <mxCell id="v114" parent="1" style="shape=rect;fillColor=#E3C75E;strokeColor=#806B2A;strokeWidth=1;fontFamily=Comic Sans MS;" value="" vertex="1">
          <mxGeometry height="19" width="19" x="1118" y="400" as="geometry" />
        </mxCell>
        <mxCell id="v115" parent="1" style="shape=rect;fillColor=#F5E8A6;strokeColor=#806B2A;strokeWidth=1;fontFamily=Comic Sans MS;" value="" vertex="1">
          <mxGeometry height="19" width="19" x="1080" y="419" as="geometry" />
        </mxCell>
        <mxCell id="v116" parent="1" style="shape=rect;fillColor=#E3C75E;strokeColor=#806B2A;strokeWidth=1;fontFamily=Comic Sans MS;" value="" vertex="1">
          <mxGeometry height="19" width="19" x="1099" y="419" as="geometry" />
        </mxCell>
        <mxCell id="v117" parent="1" style="shape=rect;fillColor=#F5E8A6;strokeColor=#806B2A;strokeWidth=1;fontFamily=Comic Sans MS;" value="" vertex="1">
          <mxGeometry height="19" width="19" x="1118" y="419" as="geometry" />
        </mxCell>
        <mxCell id="v118" parent="1" style="shape=rect;fillColor=#E3C75E;strokeColor=#806B2A;strokeWidth=1;fontFamily=Comic Sans MS;" value="" vertex="1">
          <mxGeometry height="19" width="19" x="1080" y="438" as="geometry" />
        </mxCell>
        <mxCell id="v119" parent="1" style="shape=rect;fillColor=#F5E8A6;strokeColor=#806B2A;strokeWidth=1;fontFamily=Comic Sans MS;" value="" vertex="1">
          <mxGeometry height="19" width="19" x="1099" y="438" as="geometry" />
        </mxCell>
        <mxCell id="v120" parent="1" style="shape=rect;fillColor=#E3C75E;strokeColor=#806B2A;strokeWidth=1;fontFamily=Comic Sans MS;" value="" vertex="1">
          <mxGeometry height="19" width="19" x="1118" y="438" as="geometry" />
        </mxCell>
        <mxCell id="v121" parent="1" style="shape=parallelogram;fillColor=#F6E9A9;strokeColor=#806B2A;strokeWidth=1;fontFamily=Comic Sans MS;size=0.15441176470588236;" value="" vertex="1">
          <mxGeometry height="11.5" width="68" x="1080" y="388" as="geometry" />
        </mxCell>
        <mxCell id="v122" parent="1" style="shape=parallelogram;direction=south;fillColor=#D9B94D;strokeColor=#806B2A;strokeWidth=1;fontFamily=Comic Sans MS;flipV=1;legacyAnchorPoints=0;size=0.16970802919708028;" value="" vertex="1">
          <mxGeometry height="68.5" width="11" x="1138" y="388" as="geometry" />
        </mxCell>
        <mxCell id="v123" parent="1" style="rounded=1;arcSize=20;whiteSpace=wrap;html=1;fillColor=#A9D6A6;strokeColor=#7762B0;strokeWidth=1;fontFamily=Comic Sans MS;" value="" vertex="1">
          <mxGeometry height="22" width="19" x="1200" y="408" as="geometry" />
        </mxCell>
        <mxCell id="v124" parent="1" style="rounded=1;arcSize=20;whiteSpace=wrap;html=1;fillColor=#8D70D2;strokeColor=#7762B0;strokeWidth=1;fontFamily=Comic Sans MS;" value="" vertex="1">
          <mxGeometry height="22" width="19" x="1224" y="408" as="geometry" />
        </mxCell>
        <mxCell id="v125" parent="1" style="rounded=1;arcSize=20;whiteSpace=wrap;html=1;fillColor=#B79ADB;strokeColor=#7762B0;strokeWidth=1;fontFamily=Comic Sans MS;" value="" vertex="1">
          <mxGeometry height="22" width="19" x="1248" y="408" as="geometry" />
        </mxCell>
        <mxCell id="v127" parent="1" style="shape=line;strokeColor=#8B75D4;strokeWidth=1;dashed=1;dashPattern=6 4;fontFamily=Comic Sans MS;" value="" vertex="1">
          <mxGeometry height="1" width="620" x="685" y="476" as="geometry" />
        </mxCell>
        <mxCell id="v128" parent="1" style="text;html=1;whiteSpace=wrap;align=center;verticalAlign=middle;fontFamily=Comic Sans MS;fontSize=19;fontColor=#222222;fontStyle=0;spacing=0;" value="&lt;span style=&quot;color: light-dark(rgb(110, 79, 197), rgb(237, 237, 237));&quot;&gt;解耦出语言特征，降低声学建模复杂度，缓解文本到声学映射困难&lt;/span&gt;" vertex="1">
          <mxGeometry height="30" width="575" x="707" y="485" as="geometry" />
        </mxCell>
        <mxCell id="v129" parent="1" style="rounded=1;arcSize=8;whiteSpace=wrap;html=1;fillColor=#F7FAFF;strokeColor=#9DB8E7;strokeWidth=1.5;fontFamily=Comic Sans MS;" value="" vertex="1">
          <mxGeometry height="138" width="105" x="677" y="632" as="geometry" />
        </mxCell>
        <mxCell id="v130" parent="1" style="text;html=1;whiteSpace=wrap;align=center;verticalAlign=middle;fontFamily=Comic Sans MS;fontSize=15;fontColor=#111111;fontStyle=0;spacing=0;" value="参考语音" vertex="1">
          <mxGeometry height="42" width="95" x="682" y="640" as="geometry" />
        </mxCell>
        <mxCell id="v131" parent="1" style="rounded=1;arcSize=8;whiteSpace=wrap;html=1;fillColor=#F7FAFF;strokeColor=#9DB8E7;strokeWidth=1.5;fontFamily=Comic Sans MS;" value="" vertex="1">
          <mxGeometry height="138" width="105" x="804" y="632" as="geometry" />
        </mxCell>
        <mxCell id="v132" parent="1" style="text;html=1;whiteSpace=wrap;align=center;verticalAlign=middle;fontFamily=Comic Sans MS;fontSize=15;fontColor=#111111;fontStyle=0;spacing=0;" value="wav2vec&lt;br&gt;2.0" vertex="1">
          <mxGeometry height="42" width="95" x="809" y="640" as="geometry" />
        </mxCell>
        <mxCell id="v133" parent="1" style="rounded=1;arcSize=8;whiteSpace=wrap;html=1;fillColor=#FCFAFF;strokeColor=#C5B4EC;strokeWidth=1.5;fontFamily=Comic Sans MS;" value="" vertex="1">
          <mxGeometry height="138" width="105" x="931" y="632" as="geometry" />
        </mxCell>
        <mxCell id="v134" parent="1" style="text;html=1;whiteSpace=wrap;align=center;verticalAlign=middle;fontFamily=Comic Sans MS;fontSize=15;fontColor=#111111;fontStyle=0;spacing=0;" value="任务掩码" vertex="1">
          <mxGeometry height="42" width="95" x="936" y="640" as="geometry" />
        </mxCell>
        <mxCell id="v135" parent="1" style="rounded=1;arcSize=8;whiteSpace=wrap;html=1;fillColor=#FFF9E9;strokeColor=#E5C976;strokeWidth=1.5;fontFamily=Comic Sans MS;" value="" vertex="1">
          <mxGeometry height="138" width="105" x="1058" y="632" as="geometry" />
        </mxCell>
        <mxCell id="v136" parent="1" style="text;html=1;whiteSpace=wrap;align=center;verticalAlign=middle;fontFamily=Comic Sans MS;fontSize=15;fontColor=#111111;fontStyle=0;spacing=0;" value="Emotion&lt;br&gt;Attention" vertex="1">
          <mxGeometry height="42" width="95" x="1063" y="640" as="geometry" />
        </mxCell>
        <mxCell id="v137" parent="1" style="rounded=1;arcSize=8;whiteSpace=wrap;html=1;fillColor=#F7FCF8;strokeColor=#AACDAE;strokeWidth=1.5;fontFamily=Comic Sans MS;" value="" vertex="1">
          <mxGeometry height="138" width="105" x="1185" y="632" as="geometry" />
        </mxCell>
        <mxCell id="v138" parent="1" style="text;html=1;whiteSpace=wrap;align=center;verticalAlign=middle;fontFamily=Comic Sans MS;fontSize=15;fontColor=#111111;fontStyle=0;spacing=0;" value="情感条件&lt;br&gt;特征" vertex="1">
          <mxGeometry height="42" width="95" x="1190" y="640" as="geometry" />
        </mxCell>
        <mxCell id="e139" edge="1" parent="1" source="v129" style="edgeStyle=orthogonalEdgeStyle;rounded=0;html=1;strokeColor=#111111;strokeWidth=2;endArrow=block;endFill=1;fontFamily=Comic Sans MS;" target="v131" value="">
          <mxGeometry relative="1" as="geometry" />
        </mxCell>
        <mxCell id="e140" edge="1" parent="1" source="v131" style="edgeStyle=orthogonalEdgeStyle;rounded=0;html=1;strokeColor=#111111;strokeWidth=2;endArrow=block;endFill=1;fontFamily=Comic Sans MS;" target="v133" value="">
          <mxGeometry relative="1" as="geometry" />
        </mxCell>
        <mxCell id="e141" edge="1" parent="1" source="v133" style="edgeStyle=orthogonalEdgeStyle;rounded=0;html=1;strokeColor=#111111;strokeWidth=2;endArrow=block;endFill=1;fontFamily=Comic Sans MS;" target="v135" value="">
          <mxGeometry relative="1" as="geometry" />
        </mxCell>
        <mxCell id="e142" edge="1" parent="1" source="v135" style="edgeStyle=orthogonalEdgeStyle;rounded=0;html=1;strokeColor=#111111;strokeWidth=2;endArrow=block;endFill=1;fontFamily=Comic Sans MS;" target="v137" value="">
          <mxGeometry relative="1" as="geometry" />
        </mxCell>
        <mxCell id="e143" edge="1" parent="1" style="edgeStyle=none;html=1;strokeColor=#3D75CC;strokeWidth=2;endArrow=none;" value="">
          <mxGeometry relative="1" as="geometry">
            <Array as="points">
              <mxPoint x="687" y="731" />
              <mxPoint x="692" y="731" />
            </Array>
          </mxGeometry>
        </mxCell>
        <mxCell id="e144" edge="1" parent="1" style="edgeStyle=none;html=1;strokeColor=#3D75CC;strokeWidth=2;endArrow=none;" value="">
          <mxGeometry relative="1" as="geometry">
            <Array as="points">
              <mxPoint x="692" y="731" />
              <mxPoint x="696" y="724" />
            </Array>
          </mxGeometry>
        </mxCell>
        <mxCell id="e145" edge="1" parent="1" style="edgeStyle=none;html=1;strokeColor=#3D75CC;strokeWidth=2;endArrow=none;" value="">
          <mxGeometry relative="1" as="geometry">
            <Array as="points">
              <mxPoint x="696" y="724" />
              <mxPoint x="700" y="741" />
            </Array>
          </mxGeometry>
        </mxCell>
        <mxCell id="e146" edge="1" parent="1" style="edgeStyle=none;html=1;strokeColor=#3D75CC;strokeWidth=2;endArrow=none;" value="">
          <mxGeometry relative="1" as="geometry">
            <Array as="points">
              <mxPoint x="700" y="741" />
              <mxPoint x="704" y="713" />
            </Array>
          </mxGeometry>
        </mxCell>
        <mxCell id="e147" edge="1" parent="1" style="edgeStyle=none;html=1;strokeColor=#3D75CC;strokeWidth=2;endArrow=none;" value="">
          <mxGeometry relative="1" as="geometry">
            <Array as="points">
              <mxPoint x="704" y="713" />
              <mxPoint x="708" y="748" />
            </Array>
          </mxGeometry>
        </mxCell>
        <mxCell id="e148" edge="1" parent="1" style="edgeStyle=none;html=1;strokeColor=#3D75CC;strokeWidth=2;endArrow=none;" value="">
          <mxGeometry relative="1" as="geometry">
            <Array as="points">
              <mxPoint x="708" y="748" />
              <mxPoint x="712" y="722" />
            </Array>
          </mxGeometry>
        </mxCell>
        <mxCell id="e149" edge="1" parent="1" style="edgeStyle=none;html=1;strokeColor=#3D75CC;strokeWidth=2;endArrow=none;" value="">
          <mxGeometry relative="1" as="geometry">
            <Array as="points">
              <mxPoint x="712" y="722" />
              <mxPoint x="716" y="739" />
            </Array>
          </mxGeometry>
        </mxCell>
        <mxCell id="e150" edge="1" parent="1" style="edgeStyle=none;html=1;strokeColor=#3D75CC;strokeWidth=2;endArrow=none;" value="">
          <mxGeometry relative="1" as="geometry">
            <Array as="points">
              <mxPoint x="716" y="739" />
              <mxPoint x="720" y="715" />
            </Array>
          </mxGeometry>
        </mxCell>
        <mxCell id="e151" edge="1" parent="1" style="edgeStyle=none;html=1;strokeColor=#3D75CC;strokeWidth=2;endArrow=none;" value="">
          <mxGeometry relative="1" as="geometry">
            <Array as="points">
              <mxPoint x="720" y="715" />
              <mxPoint x="724" y="747" />
            </Array>
          </mxGeometry>
        </mxCell>
        <mxCell id="e152" edge="1" parent="1" style="edgeStyle=none;html=1;strokeColor=#3D75CC;strokeWidth=2;endArrow=none;" value="">
          <mxGeometry relative="1" as="geometry">
            <Array as="points">
              <mxPoint x="724" y="747" />
              <mxPoint x="728" y="727" />
            </Array>
          </mxGeometry>
        </mxCell>
        <mxCell id="e153" edge="1" parent="1" style="edgeStyle=none;html=1;strokeColor=#3D75CC;strokeWidth=2;endArrow=none;" value="">
          <mxGeometry relative="1" as="geometry">
            <Array as="points">
              <mxPoint x="728" y="727" />
              <mxPoint x="732" y="734" />
            </Array>
          </mxGeometry>
        </mxCell>
        <mxCell id="e154" edge="1" parent="1" style="edgeStyle=none;html=1;strokeColor=#3D75CC;strokeWidth=2;endArrow=none;" value="">
          <mxGeometry relative="1" as="geometry">
            <Array as="points">
              <mxPoint x="732" y="734" />
              <mxPoint x="736" y="720" />
            </Array>
          </mxGeometry>
        </mxCell>
        <mxCell id="e155" edge="1" parent="1" style="edgeStyle=none;html=1;strokeColor=#3D75CC;strokeWidth=2;endArrow=none;" value="">
          <mxGeometry relative="1" as="geometry">
            <Array as="points">
              <mxPoint x="736" y="720" />
              <mxPoint x="740" y="744" />
            </Array>
          </mxGeometry>
        </mxCell>
        <mxCell id="e156" edge="1" parent="1" style="edgeStyle=none;html=1;strokeColor=#3D75CC;strokeWidth=2;endArrow=none;" value="">
          <mxGeometry relative="1" as="geometry">
            <Array as="points">
              <mxPoint x="740" y="744" />
              <mxPoint x="744" y="725" />
            </Array>
          </mxGeometry>
        </mxCell>
        <mxCell id="e157" edge="1" parent="1" style="edgeStyle=none;html=1;strokeColor=#3D75CC;strokeWidth=2;endArrow=none;" value="">
          <mxGeometry relative="1" as="geometry">
            <Array as="points">
              <mxPoint x="744" y="725" />
              <mxPoint x="748" y="735" />
            </Array>
          </mxGeometry>
        </mxCell>
        <mxCell id="e158" edge="1" parent="1" style="edgeStyle=none;html=1;strokeColor=#3D75CC;strokeWidth=2;endArrow=none;" value="">
          <mxGeometry relative="1" as="geometry">
            <Array as="points">
              <mxPoint x="748" y="735" />
              <mxPoint x="754" y="731" />
            </Array>
          </mxGeometry>
        </mxCell>
        <mxCell id="e159" edge="1" parent="1" style="edgeStyle=none;html=1;strokeColor=#3D75CC;strokeWidth=2;endArrow=none;" value="">
          <mxGeometry relative="1" as="geometry">
            <Array as="points">
              <mxPoint x="754" y="731" />
              <mxPoint x="763" y="731" />
            </Array>
          </mxGeometry>
        </mxCell>
        <mxCell id="v160" parent="1" style="ellipse;whiteSpace=wrap;html=1;fillColor=#8AB3EA;strokeColor=#466392;strokeWidth=1;fontFamily=Comic Sans MS;" value="" vertex="1">
          <mxGeometry height="10" width="10" x="821" y="713" as="geometry" />
        </mxCell>
        <mxCell id="v161" parent="1" style="ellipse;whiteSpace=wrap;html=1;fillColor=#8AB3EA;strokeColor=#466392;strokeWidth=1;fontFamily=Comic Sans MS;" value="" vertex="1">
          <mxGeometry height="10" width="10" x="821" y="736" as="geometry" />
        </mxCell>
        <mxCell id="v162" parent="1" style="ellipse;whiteSpace=wrap;html=1;fillColor=#8AB3EA;strokeColor=#466392;strokeWidth=1;fontFamily=Comic Sans MS;" value="" vertex="1">
          <mxGeometry height="10" width="10" x="844" y="701" as="geometry" />
        </mxCell>
        <mxCell id="v163" parent="1" style="ellipse;whiteSpace=wrap;html=1;fillColor=#8AB3EA;strokeColor=#466392;strokeWidth=1;fontFamily=Comic Sans MS;" value="" vertex="1">
          <mxGeometry height="10" width="10" x="844" y="724" as="geometry" />
        </mxCell>
        <mxCell id="v164" parent="1" style="ellipse;whiteSpace=wrap;html=1;fillColor=#8AB3EA;strokeColor=#466392;strokeWidth=1;fontFamily=Comic Sans MS;" value="" vertex="1">
          <mxGeometry height="10" width="10" x="844" y="747" as="geometry" />
        </mxCell>
        <mxCell id="v165" parent="1" style="ellipse;whiteSpace=wrap;html=1;fillColor=#8AB3EA;strokeColor=#466392;strokeWidth=1;fontFamily=Comic Sans MS;" value="" vertex="1">
          <mxGeometry height="10" width="10" x="867" y="713" as="geometry" />
        </mxCell>
        <mxCell id="v166" parent="1" style="ellipse;whiteSpace=wrap;html=1;fillColor=#8AB3EA;strokeColor=#466392;strokeWidth=1;fontFamily=Comic Sans MS;" value="" vertex="1">
          <mxGeometry height="10" width="10" x="867" y="736" as="geometry" />
        </mxCell>
        <mxCell id="e167" edge="1" parent="1" source="v160" style="edgeStyle=none;html=1;strokeColor=#49648A;strokeWidth=1;endArrow=none;fontFamily=Comic Sans MS;" target="v162" value="">
          <mxGeometry relative="1" as="geometry" />
        </mxCell>
        <mxCell id="e168" edge="1" parent="1" source="v160" style="edgeStyle=none;html=1;strokeColor=#49648A;strokeWidth=1;endArrow=none;fontFamily=Comic Sans MS;" target="v163" value="">
          <mxGeometry relative="1" as="geometry" />
        </mxCell>
        <mxCell id="e169" edge="1" parent="1" source="v160" style="edgeStyle=none;html=1;strokeColor=#49648A;strokeWidth=1;endArrow=none;fontFamily=Comic Sans MS;" target="v164" value="">
          <mxGeometry relative="1" as="geometry" />
        </mxCell>
        <mxCell id="e170" edge="1" parent="1" source="v161" style="edgeStyle=none;html=1;strokeColor=#49648A;strokeWidth=1;endArrow=none;fontFamily=Comic Sans MS;" target="v162" value="">
          <mxGeometry relative="1" as="geometry" />
        </mxCell>
        <mxCell id="e171" edge="1" parent="1" source="v161" style="edgeStyle=none;html=1;strokeColor=#49648A;strokeWidth=1;endArrow=none;fontFamily=Comic Sans MS;" target="v163" value="">
          <mxGeometry relative="1" as="geometry" />
        </mxCell>
        <mxCell id="e172" edge="1" parent="1" source="v161" style="edgeStyle=none;html=1;strokeColor=#49648A;strokeWidth=1;endArrow=none;fontFamily=Comic Sans MS;" target="v164" value="">
          <mxGeometry relative="1" as="geometry" />
        </mxCell>
        <mxCell id="e173" edge="1" parent="1" source="v162" style="edgeStyle=none;html=1;strokeColor=#49648A;strokeWidth=1;endArrow=none;fontFamily=Comic Sans MS;" target="v165" value="">
          <mxGeometry relative="1" as="geometry" />
        </mxCell>
        <mxCell id="e174" edge="1" parent="1" source="v162" style="edgeStyle=none;html=1;strokeColor=#49648A;strokeWidth=1;endArrow=none;fontFamily=Comic Sans MS;" target="v166" value="">
          <mxGeometry relative="1" as="geometry" />
        </mxCell>
        <mxCell id="e175" edge="1" parent="1" source="v163" style="edgeStyle=none;html=1;strokeColor=#49648A;strokeWidth=1;endArrow=none;fontFamily=Comic Sans MS;" target="v165" value="">
          <mxGeometry relative="1" as="geometry" />
        </mxCell>
        <mxCell id="e176" edge="1" parent="1" source="v163" style="edgeStyle=none;html=1;strokeColor=#49648A;strokeWidth=1;endArrow=none;fontFamily=Comic Sans MS;" target="v166" value="">
          <mxGeometry relative="1" as="geometry" />
        </mxCell>
        <mxCell id="e177" edge="1" parent="1" source="v164" style="edgeStyle=none;html=1;strokeColor=#49648A;strokeWidth=1;endArrow=none;fontFamily=Comic Sans MS;" target="v165" value="">
          <mxGeometry relative="1" as="geometry" />
        </mxCell>
        <mxCell id="e178" edge="1" parent="1" source="v164" style="edgeStyle=none;html=1;strokeColor=#49648A;strokeWidth=1;endArrow=none;fontFamily=Comic Sans MS;" target="v166" value="">
          <mxGeometry relative="1" as="geometry" />
        </mxCell>
        <mxCell id="v195" parent="1" style="shape=rect;fillColor=#FFFFFF;strokeColor=#333333;strokeWidth=1;fontFamily=Comic Sans MS;" value="" vertex="1">
          <mxGeometry height="12" width="12" x="1070" y="704" as="geometry" />
        </mxCell>
        <mxCell id="v196" parent="1" style="shape=rect;fillColor=#8F6BCF;strokeColor=#513B96;strokeWidth=1;fontFamily=Comic Sans MS;" value="" vertex="1">
          <mxGeometry height="16" width="16" x="1068" y="742" as="geometry" />
        </mxCell>
        <mxCell id="v197" parent="1" style="shape=rect;fillColor=#FFFFFF;strokeColor=#333333;strokeWidth=1;fontFamily=Comic Sans MS;" value="" vertex="1">
          <mxGeometry height="12" width="12" x="1088" y="704" as="geometry" />
        </mxCell>
        <mxCell id="v198" parent="1" style="shape=rect;fillColor=#8F6BCF;strokeColor=#513B96;strokeWidth=1;fontFamily=Comic Sans MS;" value="" vertex="1">
          <mxGeometry height="16" width="16" x="1088" y="742" as="geometry" />
        </mxCell>
        <mxCell id="v199" parent="1" style="shape=rect;fillColor=#FFFFFF;strokeColor=#333333;strokeWidth=1;fontFamily=Comic Sans MS;" value="" vertex="1">
          <mxGeometry height="12" width="12" x="1106" y="704" as="geometry" />
        </mxCell>
        <mxCell id="v200" parent="1" style="shape=rect;fillColor=#8F6BCF;strokeColor=#513B96;strokeWidth=1;fontFamily=Comic Sans MS;" value="" vertex="1">
          <mxGeometry height="16" width="16" x="1108" y="742" as="geometry" />
        </mxCell>
        <mxCell id="v201" parent="1" style="shape=rect;fillColor=#FFFFFF;strokeColor=#333333;strokeWidth=1;fontFamily=Comic Sans MS;" value="" vertex="1">
          <mxGeometry height="12" width="12" x="1124" y="704" as="geometry" />
        </mxCell>
        <mxCell id="v202" parent="1" style="shape=rect;fillColor=#8F6BCF;strokeColor=#513B96;strokeWidth=1;fontFamily=Comic Sans MS;" value="" vertex="1">
          <mxGeometry height="16" width="16" x="1128" y="742" as="geometry" />
        </mxCell>
        <mxCell id="v203" parent="1" style="shape=rect;fillColor=#FFFFFF;strokeColor=#333333;strokeWidth=1;fontFamily=Comic Sans MS;" value="" vertex="1">
          <mxGeometry height="12" width="12" x="1142" y="704" as="geometry" />
        </mxCell>
        <mxCell id="v204" parent="1" style="shape=rect;fillColor=#8F6BCF;strokeColor=#513B96;strokeWidth=1;fontFamily=Comic Sans MS;" value="" vertex="1">
          <mxGeometry height="16" width="16" x="1148" y="742" as="geometry" />
        </mxCell>
        <mxCell id="e205" edge="1" parent="1" source="v195" style="edgeStyle=none;html=1;strokeColor=#555555;strokeWidth=1;endArrow=none;fontFamily=Comic Sans MS;" target="v196" value="">
          <mxGeometry relative="1" as="geometry" />
        </mxCell>
        <mxCell id="e206" edge="1" parent="1" source="v195" style="edgeStyle=none;html=1;strokeColor=#555555;strokeWidth=1;endArrow=none;fontFamily=Comic Sans MS;" target="v198" value="">
          <mxGeometry relative="1" as="geometry" />
        </mxCell>
        <mxCell id="e207" edge="1" parent="1" source="v197" style="edgeStyle=none;html=1;strokeColor=#555555;strokeWidth=1;endArrow=none;fontFamily=Comic Sans MS;" target="v196" value="">
          <mxGeometry relative="1" as="geometry" />
        </mxCell>
        <mxCell id="e208" edge="1" parent="1" source="v197" style="edgeStyle=none;html=1;strokeColor=#555555;strokeWidth=1;endArrow=none;fontFamily=Comic Sans MS;" target="v198" value="">
          <mxGeometry relative="1" as="geometry" />
        </mxCell>
        <mxCell id="e209" edge="1" parent="1" source="v197" style="edgeStyle=none;html=1;strokeColor=#555555;strokeWidth=1;endArrow=none;fontFamily=Comic Sans MS;" target="v200" value="">
          <mxGeometry relative="1" as="geometry" />
        </mxCell>
        <mxCell id="e210" edge="1" parent="1" source="v199" style="edgeStyle=none;html=1;strokeColor=#555555;strokeWidth=1;endArrow=none;fontFamily=Comic Sans MS;" target="v198" value="">
          <mxGeometry relative="1" as="geometry" />
        </mxCell>
        <mxCell id="e211" edge="1" parent="1" source="v199" style="edgeStyle=none;html=1;strokeColor=#555555;strokeWidth=1;endArrow=none;fontFamily=Comic Sans MS;" target="v200" value="">
          <mxGeometry relative="1" as="geometry" />
        </mxCell>
        <mxCell id="e212" edge="1" parent="1" source="v199" style="edgeStyle=none;html=1;strokeColor=#555555;strokeWidth=1;endArrow=none;fontFamily=Comic Sans MS;" target="v202" value="">
          <mxGeometry relative="1" as="geometry" />
        </mxCell>
        <mxCell id="e213" edge="1" parent="1" source="v201" style="edgeStyle=none;html=1;strokeColor=#555555;strokeWidth=1;endArrow=none;fontFamily=Comic Sans MS;" target="v200" value="">
          <mxGeometry relative="1" as="geometry" />
        </mxCell>
        <mxCell id="e214" edge="1" parent="1" source="v201" style="edgeStyle=none;html=1;strokeColor=#555555;strokeWidth=1;endArrow=none;fontFamily=Comic Sans MS;" target="v202" value="">
          <mxGeometry relative="1" as="geometry" />
        </mxCell>
        <mxCell id="e215" edge="1" parent="1" source="v201" style="edgeStyle=none;html=1;strokeColor=#555555;strokeWidth=1;endArrow=none;fontFamily=Comic Sans MS;" target="v204" value="">
          <mxGeometry relative="1" as="geometry" />
        </mxCell>
        <mxCell id="e216" edge="1" parent="1" source="v203" style="edgeStyle=none;html=1;strokeColor=#555555;strokeWidth=1;endArrow=none;fontFamily=Comic Sans MS;" target="v202" value="">
          <mxGeometry relative="1" as="geometry" />
        </mxCell>
        <mxCell id="e217" edge="1" parent="1" source="v203" style="edgeStyle=none;html=1;strokeColor=#555555;strokeWidth=1;endArrow=none;fontFamily=Comic Sans MS;" target="v204" value="">
          <mxGeometry relative="1" as="geometry" />
        </mxCell>
        <mxCell id="v218" parent="1" style="shape=rect;fillColor=#8B6AC7;gradientColor=#C6B4E7;gradientDirection=north;strokeColor=#6E55A9;strokeWidth=1;fontFamily=Comic Sans MS;" value="" vertex="1">
          <mxGeometry height="34" width="16" x="1198" y="714" as="geometry" />
        </mxCell>
        <mxCell id="v219" parent="1" style="shape=rect;fillColor=#8B6AC7;gradientColor=#C6B4E7;gradientDirection=north;strokeColor=#6E55A9;strokeWidth=1;fontFamily=Comic Sans MS;" value="" vertex="1">
          <mxGeometry height="42" width="16" x="1220" y="706" as="geometry" />
        </mxCell>
        <mxCell id="v220" parent="1" style="shape=rect;fillColor=#8B6AC7;gradientColor=#C6B4E7;gradientDirection=north;strokeColor=#6E55A9;strokeWidth=1;fontFamily=Comic Sans MS;" value="" vertex="1">
          <mxGeometry height="38" width="16" x="1242" y="710" as="geometry" />
        </mxCell>
        <mxCell id="v221" parent="1" style="shape=rect;fillColor=#8B6AC7;gradientColor=#C6B4E7;gradientDirection=north;strokeColor=#6E55A9;strokeWidth=1;fontFamily=Comic Sans MS;" value="" vertex="1">
          <mxGeometry height="31" width="16" x="1264" y="717" as="geometry" />
        </mxCell>
        <mxCell id="v222" parent="1" style="text;html=1;whiteSpace=wrap;align=center;verticalAlign=middle;fontFamily=Comic Sans MS;fontSize=18;fontColor=#333333;fontStyle=1;spacing=0;" value="⋯" vertex="1">
          <mxGeometry height="20" width="12" x="1276" y="715" as="geometry" />
        </mxCell>
        <mxCell id="v223" parent="1" style="shape=line;strokeColor=#8B75D4;strokeWidth=1;dashed=1;dashPattern=6 4;fontFamily=Comic Sans MS;" value="" vertex="1">
          <mxGeometry height="1" width="620" x="685" y="786" as="geometry" />
        </mxCell>
        <mxCell id="v224" parent="1" style="text;html=1;whiteSpace=wrap;align=center;verticalAlign=middle;fontFamily=Comic Sans MS;fontSize=19;fontColor=#222222;fontStyle=0;spacing=0;" value="&lt;span style=&quot;color: rgb(110, 79, 197);&quot;&gt;解耦出情感特征，&lt;/span&gt;&lt;span style=&quot;color: light-dark(rgb(110, 79, 197), rgb(237, 237, 237));&quot;&gt;削弱非情感因素干扰&lt;/span&gt;" vertex="1">
          <mxGeometry height="30" width="580" x="705" y="795" as="geometry" />
        </mxCell>
        <mxCell id="e225" edge="1" parent="1" style="edgeStyle=orthogonalEdgeStyle;rounded=0;html=1;strokeColor=#5D43B3;strokeWidth=4;endArrow=none;" value="">
          <mxGeometry relative="1" as="geometry">
            <Array as="points">
              <mxPoint x="1322" y="378" />
              <mxPoint x="1355" y="378" />
              <mxPoint x="1355" y="519" />
            </Array>
          </mxGeometry>
        </mxCell>
        <mxCell id="e226" edge="1" parent="1" style="edgeStyle=orthogonalEdgeStyle;rounded=0;html=1;strokeColor=#5D43B3;strokeWidth=4;endArrow=none;" value="">
          <mxGeometry relative="1" as="geometry">
            <Array as="points">
              <mxPoint x="1322" y="695" />
              <mxPoint x="1355" y="695" />
              <mxPoint x="1355" y="519" />
            </Array>
          </mxGeometry>
        </mxCell>
        <mxCell id="e227" edge="1" parent="1" style="edgeStyle=orthogonalEdgeStyle;rounded=0;html=1;strokeColor=#5D43B3;strokeWidth=4;endArrow=block;endFill=1;" value="">
          <mxGeometry relative="1" as="geometry">
            <Array as="points">
              <mxPoint x="1355" y="519" />
              <mxPoint x="1403" y="519" />
            </Array>
          </mxGeometry>
        </mxCell>
        <mxCell id="v228" parent="1" style="ellipse;whiteSpace=wrap;html=1;fillColor=#FFFFFF;strokeColor=#D6C9EE;strokeWidth=5;fontFamily=Comic Sans MS;" value="" vertex="1">
          <mxGeometry height="135" width="135" x="1448" y="328" as="geometry" />
        </mxCell>
        <mxCell id="v229" parent="1" style="ellipse;whiteSpace=wrap;html=1;fillColor=#FFFFFF;strokeColor=#6F54BA;strokeWidth=9;fontFamily=Comic Sans MS;" value="" vertex="1">
          <mxGeometry height="92" width="92" x="1470" y="350" as="geometry" />
        </mxCell>
-         <mxCell id="v230" parent="1" style="ellipse;whiteSpace=wrap;html=1;fillColor=#FFFFFF;strokeColor=#6F54BA;strokeWidth=9;fontFamily=Comic Sans MS;" value="" vertex="1">
+         <mxCell id="v230" parent="1" style="ellipse;whiteSpace=wrap;html=1;fillColor=#FFFFFF;strokeColor=#D6C9EE;strokeWidth=5;fontFamily=Comic Sans MS;align=center;verticalAlign=middle;fontSize=12;fontColor=default;" value="" vertex="1">
          <mxGeometry height="48" width="48" x="1492" y="372" as="geometry" />
        </mxCell>
        <mxCell id="v231" parent="1" style="ellipse;whiteSpace=wrap;html=1;fillColor=#6F54BA;strokeColor=#6F54BA;strokeWidth=0;fontFamily=Comic Sans MS;" value="" vertex="1">
          <mxGeometry height="16" width="16" x="1508" y="388" as="geometry" />
        </mxCell>
-         <mxCell id="v232" parent="1" style="shape=rect;rotation=-45;fillColor=#6F54BA;strokeColor=none;fontFamily=Comic Sans MS;" value="" vertex="1">
-           <mxGeometry height="10" width="62" x="1514" y="365" as="geometry" />
-         </mxCell>
-         <mxCell id="v233" parent="1" style="shape=triangle;direction=east;rotation=-45;fillColor=#6F54BA;strokeColor=none;fontFamily=Comic Sans MS;" value="" vertex="1">
-           <mxGeometry height="28" width="28" x="1561" y="341" as="geometry" />
-         </mxCell>
        <mxCell id="v234" parent="1" style="shape=line;strokeColor=#8B75D4;strokeWidth=1;dashed=1;dashPattern=6 4;fontFamily=Comic Sans MS;" value="" vertex="1">
          <mxGeometry height="1" width="180" x="1425" y="522" as="geometry" />
        </mxCell>
-         <mxCell id="v235" parent="1" style="text;html=1;whiteSpace=wrap;align=center;verticalAlign=middle;fontFamily=Comic Sans MS;fontSize=24;fontColor=#5134A6;fontStyle=1;spacing=0;" value="提升合成语音的&lt;br&gt;自然度、&lt;br&gt;情感可控性与&lt;br&gt;声学质量。" vertex="1">
+         <mxCell id="v235" parent="1" style="text;html=1;whiteSpace=wrap;align=center;verticalAlign=middle;fontFamily=Comic Sans MS;fontSize=24;fontColor=#5134A6;fontStyle=1;spacing=0;" value="提升合成语音的&lt;br&gt;自然度、&lt;br&gt;情感可控性与&lt;br&gt;声学质量" vertex="1">
          <mxGeometry height="180" width="170" x="1430" y="555" as="geometry" />
        </mxCell>
        <mxCell id="mLJ6RkBWi0f_F3Ge-QQL-3" connectable="0" parent="1" style="group" value="" vertex="1">
          <mxGeometry height="68" width="80" x="945" y="690" as="geometry" />
        </mxCell>
        <mxCell id="v179" parent="mLJ6RkBWi0f_F3Ge-QQL-3" style="shape=rect;fillColor=#222222;strokeColor=#777777;strokeWidth=1;fontFamily=Comic Sans MS;" value="" vertex="1">
          <mxGeometry height="17" width="20" as="geometry" />
        </mxCell>
        <mxCell id="v180" parent="mLJ6RkBWi0f_F3Ge-QQL-3" style="shape=rect;fillColor=#F4F2F7;strokeColor=#777777;strokeWidth=1;fontFamily=Comic Sans MS;" value="" vertex="1">
          <mxGeometry height="17" width="20" x="20" as="geometry" />
        </mxCell>
        <mxCell id="v181" parent="mLJ6RkBWi0f_F3Ge-QQL-3" style="shape=rect;fillColor=#FFFFFF;strokeColor=#777777;strokeWidth=1;fontFamily=Comic Sans MS;" value="" vertex="1">
          <mxGeometry height="17" width="20" x="40" as="geometry" />
        </mxCell>
        <mxCell id="v182" parent="mLJ6RkBWi0f_F3Ge-QQL-3" style="shape=rect;fillColor=#FFFFFF;strokeColor=#777777;strokeWidth=1;fontFamily=Comic Sans MS;" value="" vertex="1">
          <mxGeometry height="17" width="20" x="60" as="geometry" />
        </mxCell>
        <mxCell id="v183" parent="mLJ6RkBWi0f_F3Ge-QQL-3" style="shape=rect;fillColor=#F6F4F7;strokeColor=#777777;strokeWidth=1;fontFamily=Comic Sans MS;" value="" vertex="1">
          <mxGeometry height="17" width="20" y="17" as="geometry" />
        </mxCell>
        <mxCell id="v184" parent="mLJ6RkBWi0f_F3Ge-QQL-3" style="shape=rect;fillColor=#FFFFFF;strokeColor=#777777;strokeWidth=1;fontFamily=Comic Sans MS;" value="" vertex="1">
          <mxGeometry height="17" width="20" x="20" y="17" as="geometry" />
        </mxCell>
        <mxCell id="v185" parent="mLJ6RkBWi0f_F3Ge-QQL-3" style="shape=rect;fillColor=#ECE8F3;strokeColor=#777777;strokeWidth=1;fontFamily=Comic Sans MS;" value="" vertex="1">
          <mxGeometry height="17" width="20" x="40" y="17" as="geometry" />
        </mxCell>
        <mxCell id="v186" parent="mLJ6RkBWi0f_F3Ge-QQL-3" style="shape=rect;fillColor=#FFFFFF;strokeColor=#777777;strokeWidth=1;fontFamily=Comic Sans MS;" value="" vertex="1">
          <mxGeometry height="17" width="20" x="60" y="17" as="geometry" />
        </mxCell>
        <mxCell id="v187" parent="mLJ6RkBWi0f_F3Ge-QQL-3" style="shape=rect;fillColor=#FFFFFF;strokeColor=#777777;strokeWidth=1;fontFamily=Comic Sans MS;" value="" vertex="1">
          <mxGeometry height="17" width="20" y="34" as="geometry" />
        </mxCell>
        <mxCell id="v188" parent="mLJ6RkBWi0f_F3Ge-QQL-3" style="shape=rect;fillColor=#ECE8F3;strokeColor=#777777;strokeWidth=1;fontFamily=Comic Sans MS;" value="" vertex="1">
          <mxGeometry height="17" width="20" x="20" y="34" as="geometry" />
        </mxCell>
        <mxCell id="v189" parent="mLJ6RkBWi0f_F3Ge-QQL-3" style="shape=rect;fillColor=#FFFFFF;strokeColor=#777777;strokeWidth=1;fontFamily=Comic Sans MS;" value="" vertex="1">
          <mxGeometry height="17" width="20" x="40" y="34" as="geometry" />
        </mxCell>
        <mxCell id="v190" parent="mLJ6RkBWi0f_F3Ge-QQL-3" style="shape=rect;fillColor=#F7F5FA;strokeColor=#777777;strokeWidth=1;fontFamily=Comic Sans MS;" value="" vertex="1">
          <mxGeometry height="17" width="20" x="60" y="34" as="geometry" />
        </mxCell>
        <mxCell id="v191" parent="mLJ6RkBWi0f_F3Ge-QQL-3" style="shape=rect;fillColor=#FFFFFF;strokeColor=#777777;strokeWidth=1;fontFamily=Comic Sans MS;" value="" vertex="1">
          <mxGeometry height="17" width="20" y="51" as="geometry" />
        </mxCell>
        <mxCell id="v192" parent="mLJ6RkBWi0f_F3Ge-QQL-3" style="shape=rect;fillColor=#FFFFFF;strokeColor=#777777;strokeWidth=1;fontFamily=Comic Sans MS;" value="" vertex="1">
          <mxGeometry height="17" width="20" x="20" y="51" as="geometry" />
        </mxCell>
        <mxCell id="v193" parent="mLJ6RkBWi0f_F3Ge-QQL-3" style="shape=rect;fillColor=#F3F0F7;strokeColor=#777777;strokeWidth=1;fontFamily=Comic Sans MS;" value="" vertex="1">
          <mxGeometry height="17" width="20" x="40" y="51" as="geometry" />
        </mxCell>
        <mxCell id="v194" parent="mLJ6RkBWi0f_F3Ge-QQL-3" style="shape=rect;fillColor=#222222;strokeColor=#777777;strokeWidth=1;fontFamily=Comic Sans MS;" value="" vertex="1">
          <mxGeometry height="17" width="20" x="60" y="51" as="geometry" />
        </mxCell>
        <mxCell id="mLJ6RkBWi0f_F3Ge-QQL-5" connectable="0" parent="1" style="group" value="" vertex="1">
          <mxGeometry height="38" width="72" x="694" y="402" as="geometry" />
        </mxCell>
        <mxCell id="v69" parent="mLJ6RkBWi0f_F3Ge-QQL-5" style="shape=rect;rounded=0;fillColor=#CFE4FF;gradientColor=#2D66BA;gradientDirection=east;strokeColor=#8AA8DC;fontFamily=Comic Sans MS;" value="" vertex="1">
          <mxGeometry height="38" width="72" as="geometry" />
        </mxCell>
        <mxCell id="v70" parent="mLJ6RkBWi0f_F3Ge-QQL-5" style="shape=rect;fillColor=#4B79C4;strokeColor=none;fontFamily=Comic Sans MS;" value="" vertex="1">
          <mxGeometry height="18" width="4" x="5" y="16" as="geometry" />
        </mxCell>
        <mxCell id="v71" parent="mLJ6RkBWi0f_F3Ge-QQL-5" style="shape=rect;fillColor=#8FC5F2;strokeColor=none;fontFamily=Comic Sans MS;" value="" vertex="1">
          <mxGeometry height="28" width="4" x="13" y="6" as="geometry" />
        </mxCell>
        <mxCell id="v72" parent="mLJ6RkBWi0f_F3Ge-QQL-5" style="shape=rect;fillColor=#4B79C4;strokeColor=none;fontFamily=Comic Sans MS;" value="" vertex="1">
          <mxGeometry height="22" width="4" x="21" y="12" as="geometry" />
        </mxCell>
        <mxCell id="v73" parent="mLJ6RkBWi0f_F3Ge-QQL-5" style="shape=rect;fillColor=#8FC5F2;strokeColor=none;fontFamily=Comic Sans MS;" value="" vertex="1">
          <mxGeometry height="34" width="4" x="29" as="geometry" />
        </mxCell>
        <mxCell id="v74" parent="mLJ6RkBWi0f_F3Ge-QQL-5" style="shape=rect;fillColor=#4B79C4;strokeColor=none;fontFamily=Comic Sans MS;" value="" vertex="1">
          <mxGeometry height="26" width="4" x="37" y="8" as="geometry" />
        </mxCell>
        <mxCell id="v75" parent="mLJ6RkBWi0f_F3Ge-QQL-5" style="shape=rect;fillColor=#8FC5F2;strokeColor=none;fontFamily=Comic Sans MS;" value="" vertex="1">
          <mxGeometry height="32" width="4" x="45" y="2" as="geometry" />
        </mxCell>
        <mxCell id="v76" parent="mLJ6RkBWi0f_F3Ge-QQL-5" style="shape=rect;fillColor=#4B79C4;strokeColor=none;fontFamily=Comic Sans MS;" value="" vertex="1">
          <mxGeometry height="20" width="4" x="53" y="14" as="geometry" />
        </mxCell>
        <mxCell id="v77" parent="mLJ6RkBWi0f_F3Ge-QQL-5" style="shape=rect;fillColor=#8FC5F2;strokeColor=none;fontFamily=Comic Sans MS;" value="" vertex="1">
          <mxGeometry height="30" width="4" x="61" y="4" as="geometry" />
        </mxCell>
        <mxCell id="mLJ6RkBWi0f_F3Ge-QQL-6" connectable="0" parent="1" style="group" value="" vertex="1">
          <mxGeometry height="38" width="72" x="694" y="709" as="geometry" />
        </mxCell>
        <mxCell id="mLJ6RkBWi0f_F3Ge-QQL-7" parent="mLJ6RkBWi0f_F3Ge-QQL-6" style="shape=rect;rounded=0;fillColor=#CFE4FF;gradientColor=#2D66BA;gradientDirection=east;strokeColor=#8AA8DC;fontFamily=Comic Sans MS;" value="" vertex="1">
          <mxGeometry height="38" width="72" as="geometry" />
        </mxCell>
        <mxCell id="mLJ6RkBWi0f_F3Ge-QQL-8" parent="mLJ6RkBWi0f_F3Ge-QQL-6" style="shape=rect;fillColor=#4B79C4;strokeColor=none;fontFamily=Comic Sans MS;" value="" vertex="1">
          <mxGeometry height="18" width="4" x="5" y="16" as="geometry" />
        </mxCell>
        <mxCell id="mLJ6RkBWi0f_F3Ge-QQL-9" parent="mLJ6RkBWi0f_F3Ge-QQL-6" style="shape=rect;fillColor=#8FC5F2;strokeColor=none;fontFamily=Comic Sans MS;" value="" vertex="1">
          <mxGeometry height="28" width="4" x="13" y="6" as="geometry" />
        </mxCell>
        <mxCell id="mLJ6RkBWi0f_F3Ge-QQL-10" parent="mLJ6RkBWi0f_F3Ge-QQL-6" style="shape=rect;fillColor=#4B79C4;strokeColor=none;fontFamily=Comic Sans MS;" value="" vertex="1">
          <mxGeometry height="22" width="4" x="21" y="12" as="geometry" />
        </mxCell>
        <mxCell id="mLJ6RkBWi0f_F3Ge-QQL-11" parent="mLJ6RkBWi0f_F3Ge-QQL-6" style="shape=rect;fillColor=#8FC5F2;strokeColor=none;fontFamily=Comic Sans MS;" value="" vertex="1">
          <mxGeometry height="34" width="4" x="29" as="geometry" />
        </mxCell>
        <mxCell id="mLJ6RkBWi0f_F3Ge-QQL-12" parent="mLJ6RkBWi0f_F3Ge-QQL-6" style="shape=rect;fillColor=#4B79C4;strokeColor=none;fontFamily=Comic Sans MS;" value="" vertex="1">
          <mxGeometry height="26" width="4" x="37" y="8" as="geometry" />
        </mxCell>
        <mxCell id="mLJ6RkBWi0f_F3Ge-QQL-13" parent="mLJ6RkBWi0f_F3Ge-QQL-6" style="shape=rect;fillColor=#8FC5F2;strokeColor=none;fontFamily=Comic Sans MS;" value="" vertex="1">
          <mxGeometry height="32" width="4" x="45" y="2" as="geometry" />
        </mxCell>
        <mxCell id="mLJ6RkBWi0f_F3Ge-QQL-14" parent="mLJ6RkBWi0f_F3Ge-QQL-6" style="shape=rect;fillColor=#4B79C4;strokeColor=none;fontFamily=Comic Sans MS;" value="" vertex="1">
          <mxGeometry height="20" width="4" x="53" y="14" as="geometry" />
        </mxCell>
        <mxCell id="mLJ6RkBWi0f_F3Ge-QQL-15" parent="mLJ6RkBWi0f_F3Ge-QQL-6" style="shape=rect;fillColor=#8FC5F2;strokeColor=none;fontFamily=Comic Sans MS;" value="" vertex="1">
          <mxGeometry height="30" width="4" x="61" y="4" as="geometry" />
        </mxCell>
      </root>
    </mxGraphModel>
  </diagram>
</mxfile>
